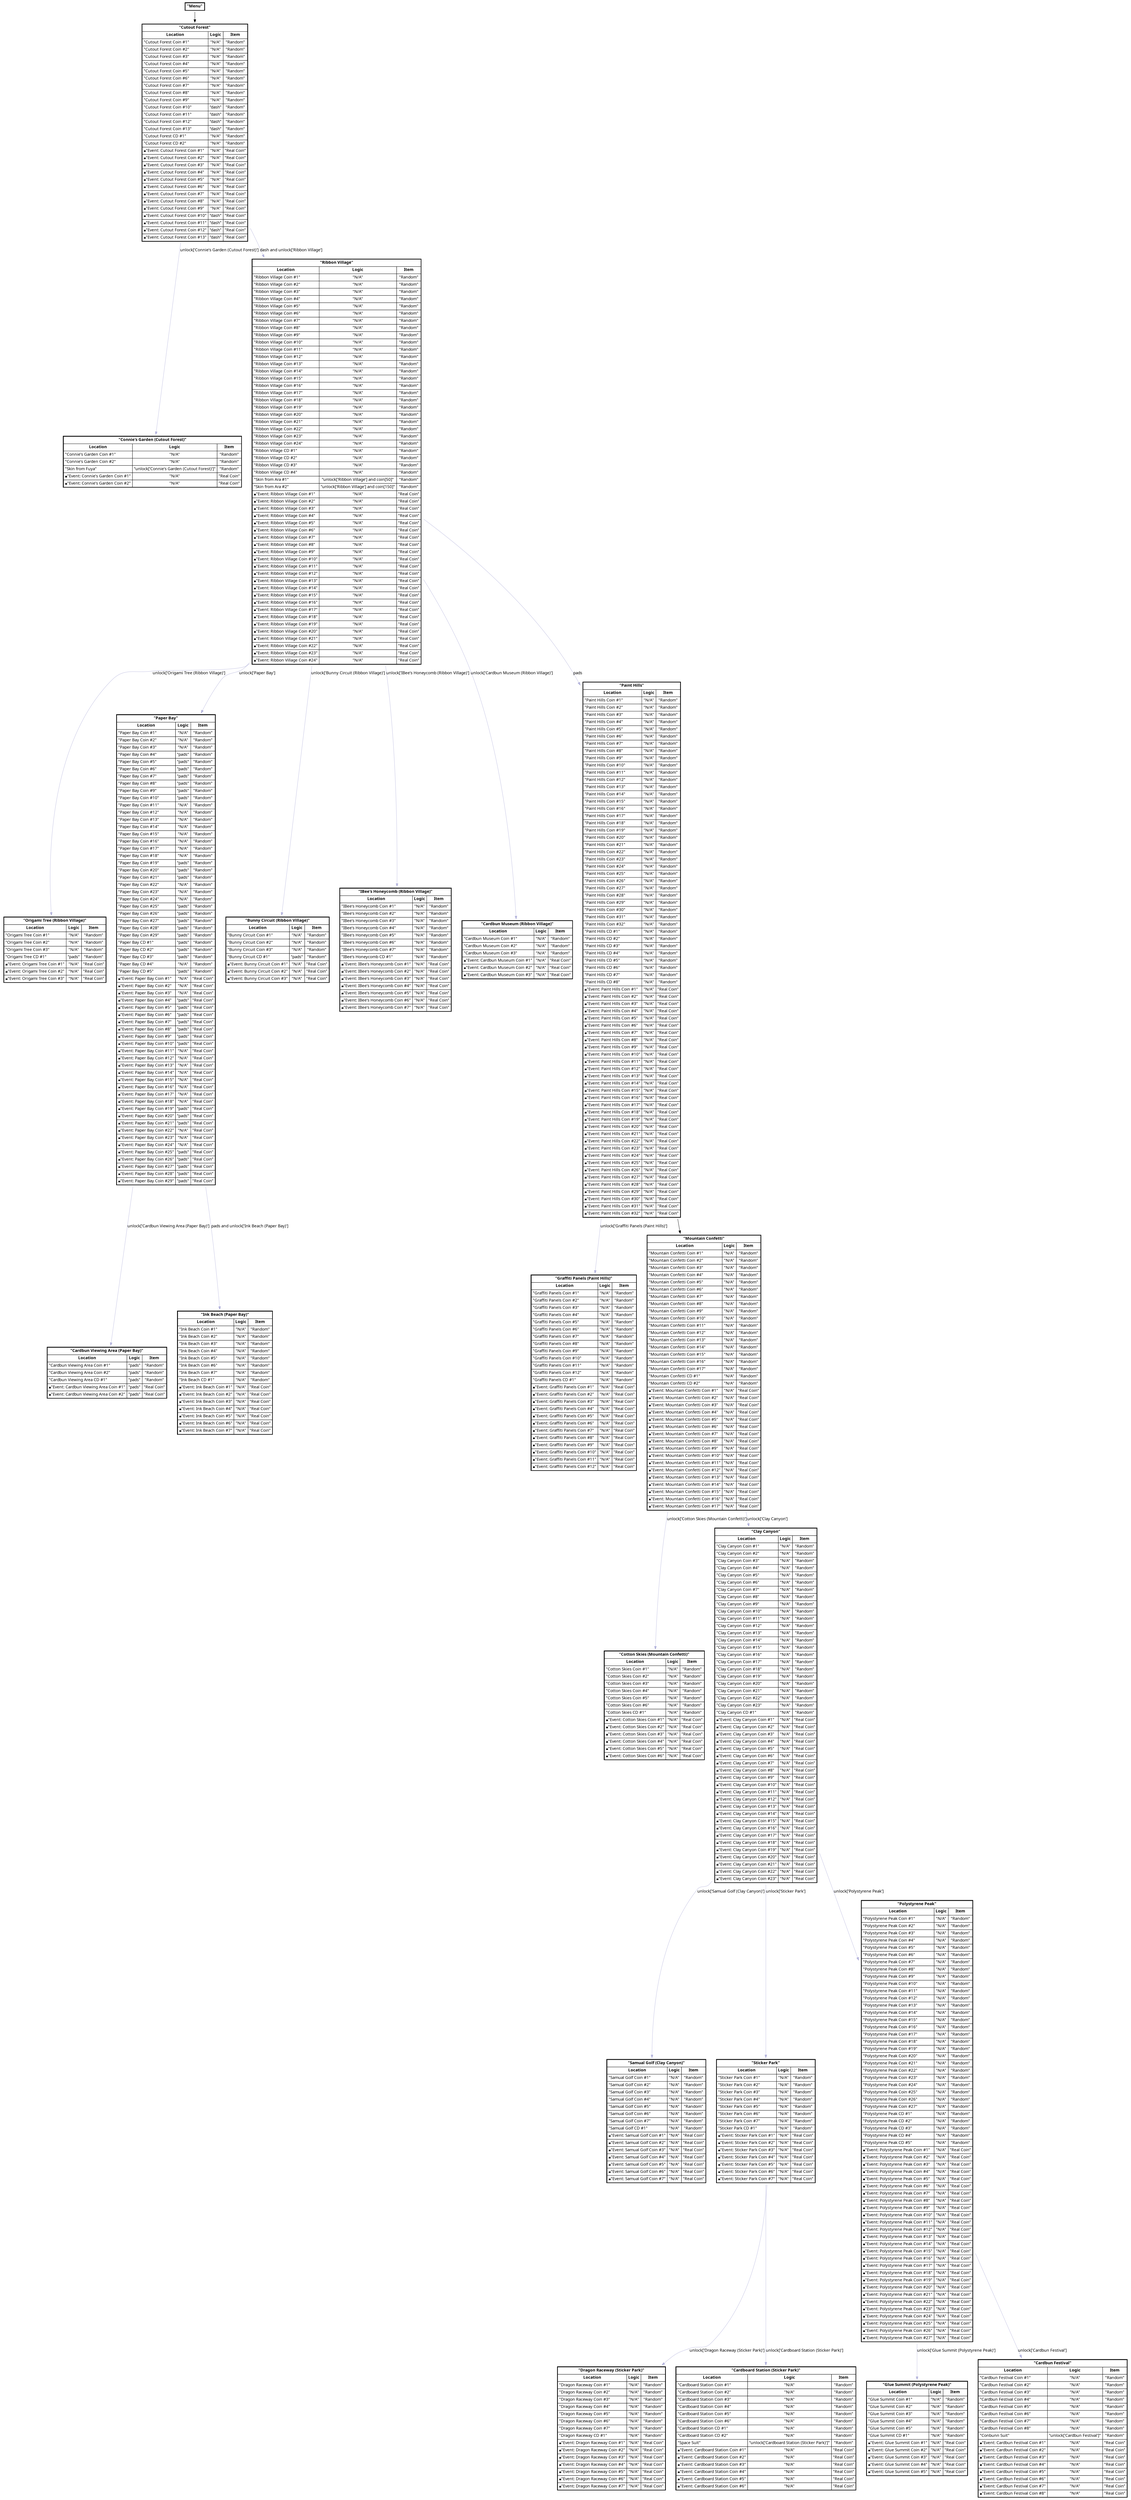
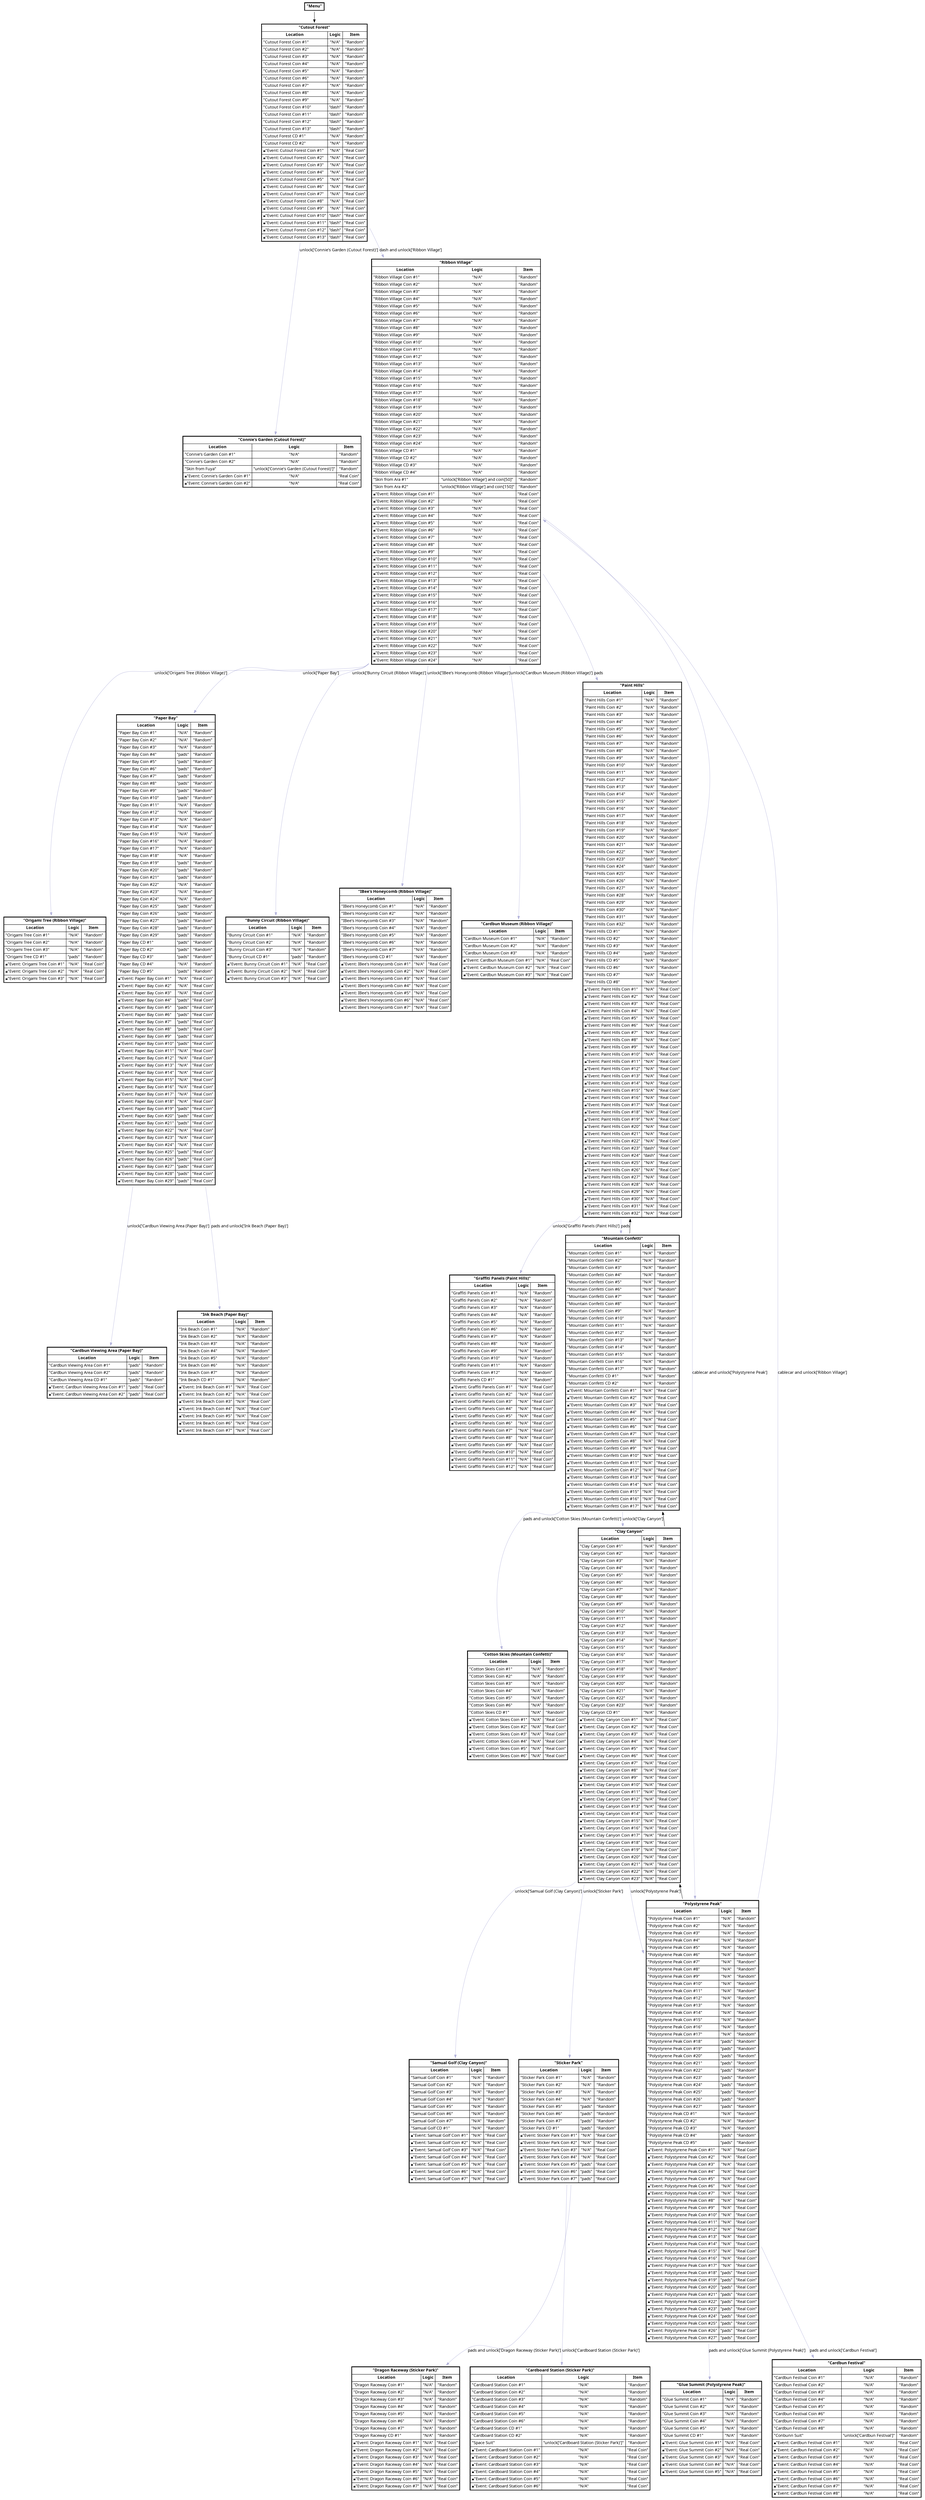
digraph Conbunn_Cardboard {
concentrate=True
rankdir=TB;
node [shape=none]
graph [fontname = "monocraft"];
node [fontname = "monocraft"];
edge [fontname = "monocraft"];"Menu" [label=<<table border="2" cellborder="1" cellspacing="0" cellpadding="4"><tr> <td colspan = "3"><b>"Menu"</b></td></tr></table>>]
"Cutout Forest" [label=<<table border="2" cellborder="1" cellspacing="0" cellpadding="4"><tr> <td colspan = "3"><b>"Cutout Forest"</b></td></tr><tr><td><b>Location</b></td><td><b>Logic</b></td><td><b>Item</b></td></tr><tr><td align="left">"Cutout Forest Coin #1"</td><td>"N/A"</td><td>"Random"</td></tr><tr><td align="left">"Cutout Forest Coin #2"</td><td>"N/A"</td><td>"Random"</td></tr><tr><td align="left">"Cutout Forest Coin #3"</td><td>"N/A"</td><td>"Random"</td></tr><tr><td align="left">"Cutout Forest Coin #4"</td><td>"N/A"</td><td>"Random"</td></tr><tr><td align="left">"Cutout Forest Coin #5"</td><td>"N/A"</td><td>"Random"</td></tr><tr><td align="left">"Cutout Forest Coin #6"</td><td>"N/A"</td><td>"Random"</td></tr><tr><td align="left">"Cutout Forest Coin #7"</td><td>"N/A"</td><td>"Random"</td></tr><tr><td align="left">"Cutout Forest Coin #8"</td><td>"N/A"</td><td>"Random"</td></tr><tr><td align="left">"Cutout Forest Coin #9"</td><td>"N/A"</td><td>"Random"</td></tr><tr><td align="left">"Cutout Forest Coin #10"</td><td>"dash"</td><td>"Random"</td></tr><tr><td align="left">"Cutout Forest Coin #11"</td><td>"dash"</td><td>"Random"</td></tr><tr><td align="left">"Cutout Forest Coin #12"</td><td>"dash"</td><td>"Random"</td></tr><tr><td align="left">"Cutout Forest Coin #13"</td><td>"dash"</td><td>"Random"</td></tr><tr><td align="left">"Cutout Forest CD #1"</td><td>"N/A"</td><td>"Random"</td></tr><tr><td align="left">"Cutout Forest CD #2"</td><td>"N/A"</td><td>"Random"</td></tr><tr><td align="left">🔒"Event: Cutout Forest Coin #1"</td><td>"N/A"</td><td>"Real Coin"</td></tr><tr><td align="left">🔒"Event: Cutout Forest Coin #2"</td><td>"N/A"</td><td>"Real Coin"</td></tr><tr><td align="left">🔒"Event: Cutout Forest Coin #3"</td><td>"N/A"</td><td>"Real Coin"</td></tr><tr><td align="left">🔒"Event: Cutout Forest Coin #4"</td><td>"N/A"</td><td>"Real Coin"</td></tr><tr><td align="left">🔒"Event: Cutout Forest Coin #5"</td><td>"N/A"</td><td>"Real Coin"</td></tr><tr><td align="left">🔒"Event: Cutout Forest Coin #6"</td><td>"N/A"</td><td>"Real Coin"</td></tr><tr><td align="left">🔒"Event: Cutout Forest Coin #7"</td><td>"N/A"</td><td>"Real Coin"</td></tr><tr><td align="left">🔒"Event: Cutout Forest Coin #8"</td><td>"N/A"</td><td>"Real Coin"</td></tr><tr><td align="left">🔒"Event: Cutout Forest Coin #9"</td><td>"N/A"</td><td>"Real Coin"</td></tr><tr><td align="left">🔒"Event: Cutout Forest Coin #10"</td><td>"dash"</td><td>"Real Coin"</td></tr><tr><td align="left">🔒"Event: Cutout Forest Coin #11"</td><td>"dash"</td><td>"Real Coin"</td></tr><tr><td align="left">🔒"Event: Cutout Forest Coin #12"</td><td>"dash"</td><td>"Real Coin"</td></tr><tr><td align="left">🔒"Event: Cutout Forest Coin #13"</td><td>"dash"</td><td>"Real Coin"</td></tr></table>>]
"Connie's Garden (Cutout Forest)" [label=<<table border="2" cellborder="1" cellspacing="0" cellpadding="4"><tr> <td colspan = "3"><b>"Connie's Garden (Cutout Forest)"</b></td></tr><tr><td><b>Location</b></td><td><b>Logic</b></td><td><b>Item</b></td></tr><tr><td align="left">"Connie's Garden Coin #1"</td><td>"N/A"</td><td>"Random"</td></tr><tr><td align="left">"Connie's Garden Coin #2"</td><td>"N/A"</td><td>"Random"</td></tr><tr><td align="left">"Skin from Fuya"</td><td>"unlock['Connie's Garden (Cutout Forest)']"</td><td>"Random"</td></tr><tr><td align="left">🔒"Event: Connie's Garden Coin #1"</td><td>"N/A"</td><td>"Real Coin"</td></tr><tr><td align="left">🔒"Event: Connie's Garden Coin #2"</td><td>"N/A"</td><td>"Real Coin"</td></tr></table>>]
"Ribbon Village" [label=<<table border="2" cellborder="1" cellspacing="0" cellpadding="4"><tr> <td colspan = "3"><b>"Ribbon Village"</b></td></tr><tr><td><b>Location</b></td><td><b>Logic</b></td><td><b>Item</b></td></tr><tr><td align="left">"Ribbon Village Coin #1"</td><td>"N/A"</td><td>"Random"</td></tr><tr><td align="left">"Ribbon Village Coin #2"</td><td>"N/A"</td><td>"Random"</td></tr><tr><td align="left">"Ribbon Village Coin #3"</td><td>"N/A"</td><td>"Random"</td></tr><tr><td align="left">"Ribbon Village Coin #4"</td><td>"N/A"</td><td>"Random"</td></tr><tr><td align="left">"Ribbon Village Coin #5"</td><td>"N/A"</td><td>"Random"</td></tr><tr><td align="left">"Ribbon Village Coin #6"</td><td>"N/A"</td><td>"Random"</td></tr><tr><td align="left">"Ribbon Village Coin #7"</td><td>"N/A"</td><td>"Random"</td></tr><tr><td align="left">"Ribbon Village Coin #8"</td><td>"N/A"</td><td>"Random"</td></tr><tr><td align="left">"Ribbon Village Coin #9"</td><td>"N/A"</td><td>"Random"</td></tr><tr><td align="left">"Ribbon Village Coin #10"</td><td>"N/A"</td><td>"Random"</td></tr><tr><td align="left">"Ribbon Village Coin #11"</td><td>"N/A"</td><td>"Random"</td></tr><tr><td align="left">"Ribbon Village Coin #12"</td><td>"N/A"</td><td>"Random"</td></tr><tr><td align="left">"Ribbon Village Coin #13"</td><td>"N/A"</td><td>"Random"</td></tr><tr><td align="left">"Ribbon Village Coin #14"</td><td>"N/A"</td><td>"Random"</td></tr><tr><td align="left">"Ribbon Village Coin #15"</td><td>"N/A"</td><td>"Random"</td></tr><tr><td align="left">"Ribbon Village Coin #16"</td><td>"N/A"</td><td>"Random"</td></tr><tr><td align="left">"Ribbon Village Coin #17"</td><td>"N/A"</td><td>"Random"</td></tr><tr><td align="left">"Ribbon Village Coin #18"</td><td>"N/A"</td><td>"Random"</td></tr><tr><td align="left">"Ribbon Village Coin #19"</td><td>"N/A"</td><td>"Random"</td></tr><tr><td align="left">"Ribbon Village Coin #20"</td><td>"N/A"</td><td>"Random"</td></tr><tr><td align="left">"Ribbon Village Coin #21"</td><td>"N/A"</td><td>"Random"</td></tr><tr><td align="left">"Ribbon Village Coin #22"</td><td>"N/A"</td><td>"Random"</td></tr><tr><td align="left">"Ribbon Village Coin #23"</td><td>"N/A"</td><td>"Random"</td></tr><tr><td align="left">"Ribbon Village Coin #24"</td><td>"N/A"</td><td>"Random"</td></tr><tr><td align="left">"Ribbon Village CD #1"</td><td>"N/A"</td><td>"Random"</td></tr><tr><td align="left">"Ribbon Village CD #2"</td><td>"N/A"</td><td>"Random"</td></tr><tr><td align="left">"Ribbon Village CD #3"</td><td>"N/A"</td><td>"Random"</td></tr><tr><td align="left">"Ribbon Village CD #4"</td><td>"N/A"</td><td>"Random"</td></tr><tr><td align="left">"Skin from Ara #1"</td><td>"unlock['Ribbon Village'] and coin[50]"</td><td>"Random"</td></tr><tr><td align="left">"Skin from Ara #2"</td><td>"unlock['Ribbon Village'] and coin[150]"</td><td>"Random"</td></tr><tr><td align="left">🔒"Event: Ribbon Village Coin #1"</td><td>"N/A"</td><td>"Real Coin"</td></tr><tr><td align="left">🔒"Event: Ribbon Village Coin #2"</td><td>"N/A"</td><td>"Real Coin"</td></tr><tr><td align="left">🔒"Event: Ribbon Village Coin #3"</td><td>"N/A"</td><td>"Real Coin"</td></tr><tr><td align="left">🔒"Event: Ribbon Village Coin #4"</td><td>"N/A"</td><td>"Real Coin"</td></tr><tr><td align="left">🔒"Event: Ribbon Village Coin #5"</td><td>"N/A"</td><td>"Real Coin"</td></tr><tr><td align="left">🔒"Event: Ribbon Village Coin #6"</td><td>"N/A"</td><td>"Real Coin"</td></tr><tr><td align="left">🔒"Event: Ribbon Village Coin #7"</td><td>"N/A"</td><td>"Real Coin"</td></tr><tr><td align="left">🔒"Event: Ribbon Village Coin #8"</td><td>"N/A"</td><td>"Real Coin"</td></tr><tr><td align="left">🔒"Event: Ribbon Village Coin #9"</td><td>"N/A"</td><td>"Real Coin"</td></tr><tr><td align="left">🔒"Event: Ribbon Village Coin #10"</td><td>"N/A"</td><td>"Real Coin"</td></tr><tr><td align="left">🔒"Event: Ribbon Village Coin #11"</td><td>"N/A"</td><td>"Real Coin"</td></tr><tr><td align="left">🔒"Event: Ribbon Village Coin #12"</td><td>"N/A"</td><td>"Real Coin"</td></tr><tr><td align="left">🔒"Event: Ribbon Village Coin #13"</td><td>"N/A"</td><td>"Real Coin"</td></tr><tr><td align="left">🔒"Event: Ribbon Village Coin #14"</td><td>"N/A"</td><td>"Real Coin"</td></tr><tr><td align="left">🔒"Event: Ribbon Village Coin #15"</td><td>"N/A"</td><td>"Real Coin"</td></tr><tr><td align="left">🔒"Event: Ribbon Village Coin #16"</td><td>"N/A"</td><td>"Real Coin"</td></tr><tr><td align="left">🔒"Event: Ribbon Village Coin #17"</td><td>"N/A"</td><td>"Real Coin"</td></tr><tr><td align="left">🔒"Event: Ribbon Village Coin #18"</td><td>"N/A"</td><td>"Real Coin"</td></tr><tr><td align="left">🔒"Event: Ribbon Village Coin #19"</td><td>"N/A"</td><td>"Real Coin"</td></tr><tr><td align="left">🔒"Event: Ribbon Village Coin #20"</td><td>"N/A"</td><td>"Real Coin"</td></tr><tr><td align="left">🔒"Event: Ribbon Village Coin #21"</td><td>"N/A"</td><td>"Real Coin"</td></tr><tr><td align="left">🔒"Event: Ribbon Village Coin #22"</td><td>"N/A"</td><td>"Real Coin"</td></tr><tr><td align="left">🔒"Event: Ribbon Village Coin #23"</td><td>"N/A"</td><td>"Real Coin"</td></tr><tr><td align="left">🔒"Event: Ribbon Village Coin #24"</td><td>"N/A"</td><td>"Real Coin"</td></tr></table>>]
"Origami Tree (Ribbon Village)" [label=<<table border="2" cellborder="1" cellspacing="0" cellpadding="4"><tr> <td colspan = "3"><b>"Origami Tree (Ribbon Village)"</b></td></tr><tr><td><b>Location</b></td><td><b>Logic</b></td><td><b>Item</b></td></tr><tr><td align="left">"Origami Tree Coin #1"</td><td>"N/A"</td><td>"Random"</td></tr><tr><td align="left">"Origami Tree Coin #2"</td><td>"N/A"</td><td>"Random"</td></tr><tr><td align="left">"Origami Tree Coin #3"</td><td>"N/A"</td><td>"Random"</td></tr><tr><td align="left">"Origami Tree CD #1"</td><td>"pads"</td><td>"Random"</td></tr><tr><td align="left">🔒"Event: Origami Tree Coin #1"</td><td>"N/A"</td><td>"Real Coin"</td></tr><tr><td align="left">🔒"Event: Origami Tree Coin #2"</td><td>"N/A"</td><td>"Real Coin"</td></tr><tr><td align="left">🔒"Event: Origami Tree Coin #3"</td><td>"N/A"</td><td>"Real Coin"</td></tr></table>>]
"Paper Bay" [label=<<table border="2" cellborder="1" cellspacing="0" cellpadding="4"><tr> <td colspan = "3"><b>"Paper Bay"</b></td></tr><tr><td><b>Location</b></td><td><b>Logic</b></td><td><b>Item</b></td></tr><tr><td align="left">"Paper Bay Coin #1"</td><td>"N/A"</td><td>"Random"</td></tr><tr><td align="left">"Paper Bay Coin #2"</td><td>"N/A"</td><td>"Random"</td></tr><tr><td align="left">"Paper Bay Coin #3"</td><td>"N/A"</td><td>"Random"</td></tr><tr><td align="left">"Paper Bay Coin #4"</td><td>"pads"</td><td>"Random"</td></tr><tr><td align="left">"Paper Bay Coin #5"</td><td>"pads"</td><td>"Random"</td></tr><tr><td align="left">"Paper Bay Coin #6"</td><td>"pads"</td><td>"Random"</td></tr><tr><td align="left">"Paper Bay Coin #7"</td><td>"pads"</td><td>"Random"</td></tr><tr><td align="left">"Paper Bay Coin #8"</td><td>"pads"</td><td>"Random"</td></tr><tr><td align="left">"Paper Bay Coin #9"</td><td>"pads"</td><td>"Random"</td></tr><tr><td align="left">"Paper Bay Coin #10"</td><td>"pads"</td><td>"Random"</td></tr><tr><td align="left">"Paper Bay Coin #11"</td><td>"N/A"</td><td>"Random"</td></tr><tr><td align="left">"Paper Bay Coin #12"</td><td>"N/A"</td><td>"Random"</td></tr><tr><td align="left">"Paper Bay Coin #13"</td><td>"N/A"</td><td>"Random"</td></tr><tr><td align="left">"Paper Bay Coin #14"</td><td>"N/A"</td><td>"Random"</td></tr><tr><td align="left">"Paper Bay Coin #15"</td><td>"N/A"</td><td>"Random"</td></tr><tr><td align="left">"Paper Bay Coin #16"</td><td>"N/A"</td><td>"Random"</td></tr><tr><td align="left">"Paper Bay Coin #17"</td><td>"N/A"</td><td>"Random"</td></tr><tr><td align="left">"Paper Bay Coin #18"</td><td>"N/A"</td><td>"Random"</td></tr><tr><td align="left">"Paper Bay Coin #19"</td><td>"pads"</td><td>"Random"</td></tr><tr><td align="left">"Paper Bay Coin #20"</td><td>"pads"</td><td>"Random"</td></tr><tr><td align="left">"Paper Bay Coin #21"</td><td>"pads"</td><td>"Random"</td></tr><tr><td align="left">"Paper Bay Coin #22"</td><td>"N/A"</td><td>"Random"</td></tr><tr><td align="left">"Paper Bay Coin #23"</td><td>"N/A"</td><td>"Random"</td></tr><tr><td align="left">"Paper Bay Coin #24"</td><td>"N/A"</td><td>"Random"</td></tr><tr><td align="left">"Paper Bay Coin #25"</td><td>"pads"</td><td>"Random"</td></tr><tr><td align="left">"Paper Bay Coin #26"</td><td>"pads"</td><td>"Random"</td></tr><tr><td align="left">"Paper Bay Coin #27"</td><td>"pads"</td><td>"Random"</td></tr><tr><td align="left">"Paper Bay Coin #28"</td><td>"pads"</td><td>"Random"</td></tr><tr><td align="left">"Paper Bay Coin #29"</td><td>"pads"</td><td>"Random"</td></tr><tr><td align="left">"Paper Bay CD #1"</td><td>"pads"</td><td>"Random"</td></tr><tr><td align="left">"Paper Bay CD #2"</td><td>"pads"</td><td>"Random"</td></tr><tr><td align="left">"Paper Bay CD #3"</td><td>"pads"</td><td>"Random"</td></tr><tr><td align="left">"Paper Bay CD #4"</td><td>"N/A"</td><td>"Random"</td></tr><tr><td align="left">"Paper Bay CD #5"</td><td>"pads"</td><td>"Random"</td></tr><tr><td align="left">🔒"Event: Paper Bay Coin #1"</td><td>"N/A"</td><td>"Real Coin"</td></tr><tr><td align="left">🔒"Event: Paper Bay Coin #2"</td><td>"N/A"</td><td>"Real Coin"</td></tr><tr><td align="left">🔒"Event: Paper Bay Coin #3"</td><td>"N/A"</td><td>"Real Coin"</td></tr><tr><td align="left">🔒"Event: Paper Bay Coin #4"</td><td>"pads"</td><td>"Real Coin"</td></tr><tr><td align="left">🔒"Event: Paper Bay Coin #5"</td><td>"pads"</td><td>"Real Coin"</td></tr><tr><td align="left">🔒"Event: Paper Bay Coin #6"</td><td>"pads"</td><td>"Real Coin"</td></tr><tr><td align="left">🔒"Event: Paper Bay Coin #7"</td><td>"pads"</td><td>"Real Coin"</td></tr><tr><td align="left">🔒"Event: Paper Bay Coin #8"</td><td>"pads"</td><td>"Real Coin"</td></tr><tr><td align="left">🔒"Event: Paper Bay Coin #9"</td><td>"pads"</td><td>"Real Coin"</td></tr><tr><td align="left">🔒"Event: Paper Bay Coin #10"</td><td>"pads"</td><td>"Real Coin"</td></tr><tr><td align="left">🔒"Event: Paper Bay Coin #11"</td><td>"N/A"</td><td>"Real Coin"</td></tr><tr><td align="left">🔒"Event: Paper Bay Coin #12"</td><td>"N/A"</td><td>"Real Coin"</td></tr><tr><td align="left">🔒"Event: Paper Bay Coin #13"</td><td>"N/A"</td><td>"Real Coin"</td></tr><tr><td align="left">🔒"Event: Paper Bay Coin #14"</td><td>"N/A"</td><td>"Real Coin"</td></tr><tr><td align="left">🔒"Event: Paper Bay Coin #15"</td><td>"N/A"</td><td>"Real Coin"</td></tr><tr><td align="left">🔒"Event: Paper Bay Coin #16"</td><td>"N/A"</td><td>"Real Coin"</td></tr><tr><td align="left">🔒"Event: Paper Bay Coin #17"</td><td>"N/A"</td><td>"Real Coin"</td></tr><tr><td align="left">🔒"Event: Paper Bay Coin #18"</td><td>"N/A"</td><td>"Real Coin"</td></tr><tr><td align="left">🔒"Event: Paper Bay Coin #19"</td><td>"pads"</td><td>"Real Coin"</td></tr><tr><td align="left">🔒"Event: Paper Bay Coin #20"</td><td>"pads"</td><td>"Real Coin"</td></tr><tr><td align="left">🔒"Event: Paper Bay Coin #21"</td><td>"pads"</td><td>"Real Coin"</td></tr><tr><td align="left">🔒"Event: Paper Bay Coin #22"</td><td>"N/A"</td><td>"Real Coin"</td></tr><tr><td align="left">🔒"Event: Paper Bay Coin #23"</td><td>"N/A"</td><td>"Real Coin"</td></tr><tr><td align="left">🔒"Event: Paper Bay Coin #24"</td><td>"N/A"</td><td>"Real Coin"</td></tr><tr><td align="left">🔒"Event: Paper Bay Coin #25"</td><td>"pads"</td><td>"Real Coin"</td></tr><tr><td align="left">🔒"Event: Paper Bay Coin #26"</td><td>"pads"</td><td>"Real Coin"</td></tr><tr><td align="left">🔒"Event: Paper Bay Coin #27"</td><td>"pads"</td><td>"Real Coin"</td></tr><tr><td align="left">🔒"Event: Paper Bay Coin #28"</td><td>"pads"</td><td>"Real Coin"</td></tr><tr><td align="left">🔒"Event: Paper Bay Coin #29"</td><td>"pads"</td><td>"Real Coin"</td></tr></table>>]
"Cardbun Viewing Area (Paper Bay)" [label=<<table border="2" cellborder="1" cellspacing="0" cellpadding="4"><tr> <td colspan = "3"><b>"Cardbun Viewing Area (Paper Bay)"</b></td></tr><tr><td><b>Location</b></td><td><b>Logic</b></td><td><b>Item</b></td></tr><tr><td align="left">"Cardbun Viewing Area Coin #1"</td><td>"pads"</td><td>"Random"</td></tr><tr><td align="left">"Cardbun Viewing Area Coin #2"</td><td>"pads"</td><td>"Random"</td></tr><tr><td align="left">"Cardbun Viewing Area CD #1"</td><td>"pads"</td><td>"Random"</td></tr><tr><td align="left">🔒"Event: Cardbun Viewing Area Coin #1"</td><td>"pads"</td><td>"Real Coin"</td></tr><tr><td align="left">🔒"Event: Cardbun Viewing Area Coin #2"</td><td>"pads"</td><td>"Real Coin"</td></tr></table>>]
"Ink Beach (Paper Bay)" [label=<<table border="2" cellborder="1" cellspacing="0" cellpadding="4"><tr> <td colspan = "3"><b>"Ink Beach (Paper Bay)"</b></td></tr><tr><td><b>Location</b></td><td><b>Logic</b></td><td><b>Item</b></td></tr><tr><td align="left">"Ink Beach Coin #1"</td><td>"N/A"</td><td>"Random"</td></tr><tr><td align="left">"Ink Beach Coin #2"</td><td>"N/A"</td><td>"Random"</td></tr><tr><td align="left">"Ink Beach Coin #3"</td><td>"N/A"</td><td>"Random"</td></tr><tr><td align="left">"Ink Beach Coin #4"</td><td>"N/A"</td><td>"Random"</td></tr><tr><td align="left">"Ink Beach Coin #5"</td><td>"N/A"</td><td>"Random"</td></tr><tr><td align="left">"Ink Beach Coin #6"</td><td>"N/A"</td><td>"Random"</td></tr><tr><td align="left">"Ink Beach Coin #7"</td><td>"N/A"</td><td>"Random"</td></tr><tr><td align="left">"Ink Beach CD #1"</td><td>"N/A"</td><td>"Random"</td></tr><tr><td align="left">🔒"Event: Ink Beach Coin #1"</td><td>"N/A"</td><td>"Real Coin"</td></tr><tr><td align="left">🔒"Event: Ink Beach Coin #2"</td><td>"N/A"</td><td>"Real Coin"</td></tr><tr><td align="left">🔒"Event: Ink Beach Coin #3"</td><td>"N/A"</td><td>"Real Coin"</td></tr><tr><td align="left">🔒"Event: Ink Beach Coin #4"</td><td>"N/A"</td><td>"Real Coin"</td></tr><tr><td align="left">🔒"Event: Ink Beach Coin #5"</td><td>"N/A"</td><td>"Real Coin"</td></tr><tr><td align="left">🔒"Event: Ink Beach Coin #6"</td><td>"N/A"</td><td>"Real Coin"</td></tr><tr><td align="left">🔒"Event: Ink Beach Coin #7"</td><td>"N/A"</td><td>"Real Coin"</td></tr></table>>]
"Bunny Circuit (Ribbon Village)" [label=<<table border="2" cellborder="1" cellspacing="0" cellpadding="4"><tr> <td colspan = "3"><b>"Bunny Circuit (Ribbon Village)"</b></td></tr><tr><td><b>Location</b></td><td><b>Logic</b></td><td><b>Item</b></td></tr><tr><td align="left">"Bunny Circuit Coin #1"</td><td>"N/A"</td><td>"Random"</td></tr><tr><td align="left">"Bunny Circuit Coin #2"</td><td>"N/A"</td><td>"Random"</td></tr><tr><td align="left">"Bunny Circuit Coin #3"</td><td>"N/A"</td><td>"Random"</td></tr><tr><td align="left">"Bunny Circuit CD #1"</td><td>"pads"</td><td>"Random"</td></tr><tr><td align="left">🔒"Event: Bunny Circuit Coin #1"</td><td>"N/A"</td><td>"Real Coin"</td></tr><tr><td align="left">🔒"Event: Bunny Circuit Coin #2"</td><td>"N/A"</td><td>"Real Coin"</td></tr><tr><td align="left">🔒"Event: Bunny Circuit Coin #3"</td><td>"N/A"</td><td>"Real Coin"</td></tr></table>>]
"IBee's Honeycomb (Ribbon Village)" [label=<<table border="2" cellborder="1" cellspacing="0" cellpadding="4"><tr> <td colspan = "3"><b>"IBee's Honeycomb (Ribbon Village)"</b></td></tr><tr><td><b>Location</b></td><td><b>Logic</b></td><td><b>Item</b></td></tr><tr><td align="left">"IBee's Honeycomb Coin #1"</td><td>"N/A"</td><td>"Random"</td></tr><tr><td align="left">"IBee's Honeycomb Coin #2"</td><td>"N/A"</td><td>"Random"</td></tr><tr><td align="left">"IBee's Honeycomb Coin #3"</td><td>"N/A"</td><td>"Random"</td></tr><tr><td align="left">"IBee's Honeycomb Coin #4"</td><td>"N/A"</td><td>"Random"</td></tr><tr><td align="left">"IBee's Honeycomb Coin #5"</td><td>"N/A"</td><td>"Random"</td></tr><tr><td align="left">"IBee's Honeycomb Coin #6"</td><td>"N/A"</td><td>"Random"</td></tr><tr><td align="left">"IBee's Honeycomb Coin #7"</td><td>"N/A"</td><td>"Random"</td></tr><tr><td align="left">"IBee's Honeycomb CD #1"</td><td>"N/A"</td><td>"Random"</td></tr><tr><td align="left">🔒"Event: IBee's Honeycomb Coin #1"</td><td>"N/A"</td><td>"Real Coin"</td></tr><tr><td align="left">🔒"Event: IBee's Honeycomb Coin #2"</td><td>"N/A"</td><td>"Real Coin"</td></tr><tr><td align="left">🔒"Event: IBee's Honeycomb Coin #3"</td><td>"N/A"</td><td>"Real Coin"</td></tr><tr><td align="left">🔒"Event: IBee's Honeycomb Coin #4"</td><td>"N/A"</td><td>"Real Coin"</td></tr><tr><td align="left">🔒"Event: IBee's Honeycomb Coin #5"</td><td>"N/A"</td><td>"Real Coin"</td></tr><tr><td align="left">🔒"Event: IBee's Honeycomb Coin #6"</td><td>"N/A"</td><td>"Real Coin"</td></tr><tr><td align="left">🔒"Event: IBee's Honeycomb Coin #7"</td><td>"N/A"</td><td>"Real Coin"</td></tr></table>>]
"Cardbun Museum (Ribbon Village)" [label=<<table border="2" cellborder="1" cellspacing="0" cellpadding="4"><tr> <td colspan = "3"><b>"Cardbun Museum (Ribbon Village)"</b></td></tr><tr><td><b>Location</b></td><td><b>Logic</b></td><td><b>Item</b></td></tr><tr><td align="left">"Cardbun Museum Coin #1"</td><td>"N/A"</td><td>"Random"</td></tr><tr><td align="left">"Cardbun Museum Coin #2"</td><td>"N/A"</td><td>"Random"</td></tr><tr><td align="left">"Cardbun Museum Coin #3"</td><td>"N/A"</td><td>"Random"</td></tr><tr><td align="left">🔒"Event: Cardbun Museum Coin #1"</td><td>"N/A"</td><td>"Real Coin"</td></tr><tr><td align="left">🔒"Event: Cardbun Museum Coin #2"</td><td>"N/A"</td><td>"Real Coin"</td></tr><tr><td align="left">🔒"Event: Cardbun Museum Coin #3"</td><td>"N/A"</td><td>"Real Coin"</td></tr></table>>]
- "Paint Hills" [label=<<table border="2" cellborder="1" cellspacing="0" cellpadding="4"><tr> <td colspan = "3"><b>"Paint Hills"</b></td></tr><tr><td><b>Location</b></td><td><b>Logic</b></td><td><b>Item</b></td></tr><tr><td align="left">"Paint Hills Coin #1"</td><td>"N/A"</td><td>"Random"</td></tr><tr><td align="left">"Paint Hills Coin #2"</td><td>"N/A"</td><td>"Random"</td></tr><tr><td align="left">"Paint Hills Coin #3"</td><td>"N/A"</td><td>"Random"</td></tr><tr><td align="left">"Paint Hills Coin #4"</td><td>"N/A"</td><td>"Random"</td></tr><tr><td align="left">"Paint Hills Coin #5"</td><td>"N/A"</td><td>"Random"</td></tr><tr><td align="left">"Paint Hills Coin #6"</td><td>"N/A"</td><td>"Random"</td></tr><tr><td align="left">"Paint Hills Coin #7"</td><td>"N/A"</td><td>"Random"</td></tr><tr><td align="left">"Paint Hills Coin #8"</td><td>"N/A"</td><td>"Random"</td></tr><tr><td align="left">"Paint Hills Coin #9"</td><td>"N/A"</td><td>"Random"</td></tr><tr><td align="left">"Paint Hills Coin #10"</td><td>"N/A"</td><td>"Random"</td></tr><tr><td align="left">"Paint Hills Coin #11"</td><td>"N/A"</td><td>"Random"</td></tr><tr><td align="left">"Paint Hills Coin #12"</td><td>"N/A"</td><td>"Random"</td></tr><tr><td align="left">"Paint Hills Coin #13"</td><td>"N/A"</td><td>"Random"</td></tr><tr><td align="left">"Paint Hills Coin #14"</td><td>"N/A"</td><td>"Random"</td></tr><tr><td align="left">"Paint Hills Coin #15"</td><td>"N/A"</td><td>"Random"</td></tr><tr><td align="left">"Paint Hills Coin #16"</td><td>"N/A"</td><td>"Random"</td></tr><tr><td align="left">"Paint Hills Coin #17"</td><td>"N/A"</td><td>"Random"</td></tr><tr><td align="left">"Paint Hills Coin #18"</td><td>"N/A"</td><td>"Random"</td></tr><tr><td align="left">"Paint Hills Coin #19"</td><td>"N/A"</td><td>"Random"</td></tr><tr><td align="left">"Paint Hills Coin #20"</td><td>"N/A"</td><td>"Random"</td></tr><tr><td align="left">"Paint Hills Coin #21"</td><td>"N/A"</td><td>"Random"</td></tr><tr><td align="left">"Paint Hills Coin #22"</td><td>"N/A"</td><td>"Random"</td></tr><tr><td align="left">"Paint Hills Coin #23"</td><td>"N/A"</td><td>"Random"</td></tr><tr><td align="left">"Paint Hills Coin #24"</td><td>"N/A"</td><td>"Random"</td></tr><tr><td align="left">"Paint Hills Coin #25"</td><td>"N/A"</td><td>"Random"</td></tr><tr><td align="left">"Paint Hills Coin #26"</td><td>"N/A"</td><td>"Random"</td></tr><tr><td align="left">"Paint Hills Coin #27"</td><td>"N/A"</td><td>"Random"</td></tr><tr><td align="left">"Paint Hills Coin #28"</td><td>"N/A"</td><td>"Random"</td></tr><tr><td align="left">"Paint Hills Coin #29"</td><td>"N/A"</td><td>"Random"</td></tr><tr><td align="left">"Paint Hills Coin #30"</td><td>"N/A"</td><td>"Random"</td></tr><tr><td align="left">"Paint Hills Coin #31"</td><td>"N/A"</td><td>"Random"</td></tr><tr><td align="left">"Paint Hills Coin #32"</td><td>"N/A"</td><td>"Random"</td></tr><tr><td align="left">"Paint Hills CD #1"</td><td>"N/A"</td><td>"Random"</td></tr><tr><td align="left">"Paint Hills CD #2"</td><td>"N/A"</td><td>"Random"</td></tr><tr><td align="left">"Paint Hills CD #3"</td><td>"N/A"</td><td>"Random"</td></tr><tr><td align="left">"Paint Hills CD #4"</td><td>"N/A"</td><td>"Random"</td></tr><tr><td align="left">"Paint Hills CD #5"</td><td>"N/A"</td><td>"Random"</td></tr><tr><td align="left">"Paint Hills CD #6"</td><td>"N/A"</td><td>"Random"</td></tr><tr><td align="left">"Paint Hills CD #7"</td><td>"N/A"</td><td>"Random"</td></tr><tr><td align="left">"Paint Hills CD #8"</td><td>"N/A"</td><td>"Random"</td></tr><tr><td align="left">🔒"Event: Paint Hills Coin #1"</td><td>"N/A"</td><td>"Real Coin"</td></tr><tr><td align="left">🔒"Event: Paint Hills Coin #2"</td><td>"N/A"</td><td>"Real Coin"</td></tr><tr><td align="left">🔒"Event: Paint Hills Coin #3"</td><td>"N/A"</td><td>"Real Coin"</td></tr><tr><td align="left">🔒"Event: Paint Hills Coin #4"</td><td>"N/A"</td><td>"Real Coin"</td></tr><tr><td align="left">🔒"Event: Paint Hills Coin #5"</td><td>"N/A"</td><td>"Real Coin"</td></tr><tr><td align="left">🔒"Event: Paint Hills Coin #6"</td><td>"N/A"</td><td>"Real Coin"</td></tr><tr><td align="left">🔒"Event: Paint Hills Coin #7"</td><td>"N/A"</td><td>"Real Coin"</td></tr><tr><td align="left">🔒"Event: Paint Hills Coin #8"</td><td>"N/A"</td><td>"Real Coin"</td></tr><tr><td align="left">🔒"Event: Paint Hills Coin #9"</td><td>"N/A"</td><td>"Real Coin"</td></tr><tr><td align="left">🔒"Event: Paint Hills Coin #10"</td><td>"N/A"</td><td>"Real Coin"</td></tr><tr><td align="left">🔒"Event: Paint Hills Coin #11"</td><td>"N/A"</td><td>"Real Coin"</td></tr><tr><td align="left">🔒"Event: Paint Hills Coin #12"</td><td>"N/A"</td><td>"Real Coin"</td></tr><tr><td align="left">🔒"Event: Paint Hills Coin #13"</td><td>"N/A"</td><td>"Real Coin"</td></tr><tr><td align="left">🔒"Event: Paint Hills Coin #14"</td><td>"N/A"</td><td>"Real Coin"</td></tr><tr><td align="left">🔒"Event: Paint Hills Coin #15"</td><td>"N/A"</td><td>"Real Coin"</td></tr><tr><td align="left">🔒"Event: Paint Hills Coin #16"</td><td>"N/A"</td><td>"Real Coin"</td></tr><tr><td align="left">🔒"Event: Paint Hills Coin #17"</td><td>"N/A"</td><td>"Real Coin"</td></tr><tr><td align="left">🔒"Event: Paint Hills Coin #18"</td><td>"N/A"</td><td>"Real Coin"</td></tr><tr><td align="left">🔒"Event: Paint Hills Coin #19"</td><td>"N/A"</td><td>"Real Coin"</td></tr><tr><td align="left">🔒"Event: Paint Hills Coin #20"</td><td>"N/A"</td><td>"Real Coin"</td></tr><tr><td align="left">🔒"Event: Paint Hills Coin #21"</td><td>"N/A"</td><td>"Real Coin"</td></tr><tr><td align="left">🔒"Event: Paint Hills Coin #22"</td><td>"N/A"</td><td>"Real Coin"</td></tr><tr><td align="left">🔒"Event: Paint Hills Coin #23"</td><td>"N/A"</td><td>"Real Coin"</td></tr><tr><td align="left">🔒"Event: Paint Hills Coin #24"</td><td>"N/A"</td><td>"Real Coin"</td></tr><tr><td align="left">🔒"Event: Paint Hills Coin #25"</td><td>"N/A"</td><td>"Real Coin"</td></tr><tr><td align="left">🔒"Event: Paint Hills Coin #26"</td><td>"N/A"</td><td>"Real Coin"</td></tr><tr><td align="left">🔒"Event: Paint Hills Coin #27"</td><td>"N/A"</td><td>"Real Coin"</td></tr><tr><td align="left">🔒"Event: Paint Hills Coin #28"</td><td>"N/A"</td><td>"Real Coin"</td></tr><tr><td align="left">🔒"Event: Paint Hills Coin #29"</td><td>"N/A"</td><td>"Real Coin"</td></tr><tr><td align="left">🔒"Event: Paint Hills Coin #30"</td><td>"N/A"</td><td>"Real Coin"</td></tr><tr><td align="left">🔒"Event: Paint Hills Coin #31"</td><td>"N/A"</td><td>"Real Coin"</td></tr><tr><td align="left">🔒"Event: Paint Hills Coin #32"</td><td>"N/A"</td><td>"Real Coin"</td></tr></table>>]
+ "Paint Hills" [label=<<table border="2" cellborder="1" cellspacing="0" cellpadding="4"><tr> <td colspan = "3"><b>"Paint Hills"</b></td></tr><tr><td><b>Location</b></td><td><b>Logic</b></td><td><b>Item</b></td></tr><tr><td align="left">"Paint Hills Coin #1"</td><td>"N/A"</td><td>"Random"</td></tr><tr><td align="left">"Paint Hills Coin #2"</td><td>"N/A"</td><td>"Random"</td></tr><tr><td align="left">"Paint Hills Coin #3"</td><td>"N/A"</td><td>"Random"</td></tr><tr><td align="left">"Paint Hills Coin #4"</td><td>"N/A"</td><td>"Random"</td></tr><tr><td align="left">"Paint Hills Coin #5"</td><td>"N/A"</td><td>"Random"</td></tr><tr><td align="left">"Paint Hills Coin #6"</td><td>"N/A"</td><td>"Random"</td></tr><tr><td align="left">"Paint Hills Coin #7"</td><td>"N/A"</td><td>"Random"</td></tr><tr><td align="left">"Paint Hills Coin #8"</td><td>"N/A"</td><td>"Random"</td></tr><tr><td align="left">"Paint Hills Coin #9"</td><td>"N/A"</td><td>"Random"</td></tr><tr><td align="left">"Paint Hills Coin #10"</td><td>"N/A"</td><td>"Random"</td></tr><tr><td align="left">"Paint Hills Coin #11"</td><td>"N/A"</td><td>"Random"</td></tr><tr><td align="left">"Paint Hills Coin #12"</td><td>"N/A"</td><td>"Random"</td></tr><tr><td align="left">"Paint Hills Coin #13"</td><td>"N/A"</td><td>"Random"</td></tr><tr><td align="left">"Paint Hills Coin #14"</td><td>"N/A"</td><td>"Random"</td></tr><tr><td align="left">"Paint Hills Coin #15"</td><td>"N/A"</td><td>"Random"</td></tr><tr><td align="left">"Paint Hills Coin #16"</td><td>"N/A"</td><td>"Random"</td></tr><tr><td align="left">"Paint Hills Coin #17"</td><td>"N/A"</td><td>"Random"</td></tr><tr><td align="left">"Paint Hills Coin #18"</td><td>"N/A"</td><td>"Random"</td></tr><tr><td align="left">"Paint Hills Coin #19"</td><td>"N/A"</td><td>"Random"</td></tr><tr><td align="left">"Paint Hills Coin #20"</td><td>"N/A"</td><td>"Random"</td></tr><tr><td align="left">"Paint Hills Coin #21"</td><td>"N/A"</td><td>"Random"</td></tr><tr><td align="left">"Paint Hills Coin #22"</td><td>"N/A"</td><td>"Random"</td></tr><tr><td align="left">"Paint Hills Coin #23"</td><td>"dash"</td><td>"Random"</td></tr><tr><td align="left">"Paint Hills Coin #24"</td><td>"dash"</td><td>"Random"</td></tr><tr><td align="left">"Paint Hills Coin #25"</td><td>"N/A"</td><td>"Random"</td></tr><tr><td align="left">"Paint Hills Coin #26"</td><td>"N/A"</td><td>"Random"</td></tr><tr><td align="left">"Paint Hills Coin #27"</td><td>"N/A"</td><td>"Random"</td></tr><tr><td align="left">"Paint Hills Coin #28"</td><td>"N/A"</td><td>"Random"</td></tr><tr><td align="left">"Paint Hills Coin #29"</td><td>"N/A"</td><td>"Random"</td></tr><tr><td align="left">"Paint Hills Coin #30"</td><td>"N/A"</td><td>"Random"</td></tr><tr><td align="left">"Paint Hills Coin #31"</td><td>"N/A"</td><td>"Random"</td></tr><tr><td align="left">"Paint Hills Coin #32"</td><td>"N/A"</td><td>"Random"</td></tr><tr><td align="left">"Paint Hills CD #1"</td><td>"N/A"</td><td>"Random"</td></tr><tr><td align="left">"Paint Hills CD #2"</td><td>"N/A"</td><td>"Random"</td></tr><tr><td align="left">"Paint Hills CD #3"</td><td>"N/A"</td><td>"Random"</td></tr><tr><td align="left">"Paint Hills CD #4"</td><td>"pads"</td><td>"Random"</td></tr><tr><td align="left">"Paint Hills CD #5"</td><td>"N/A"</td><td>"Random"</td></tr><tr><td align="left">"Paint Hills CD #6"</td><td>"N/A"</td><td>"Random"</td></tr><tr><td align="left">"Paint Hills CD #7"</td><td>"N/A"</td><td>"Random"</td></tr><tr><td align="left">"Paint Hills CD #8"</td><td>"N/A"</td><td>"Random"</td></tr><tr><td align="left">🔒"Event: Paint Hills Coin #1"</td><td>"N/A"</td><td>"Real Coin"</td></tr><tr><td align="left">🔒"Event: Paint Hills Coin #2"</td><td>"N/A"</td><td>"Real Coin"</td></tr><tr><td align="left">🔒"Event: Paint Hills Coin #3"</td><td>"N/A"</td><td>"Real Coin"</td></tr><tr><td align="left">🔒"Event: Paint Hills Coin #4"</td><td>"N/A"</td><td>"Real Coin"</td></tr><tr><td align="left">🔒"Event: Paint Hills Coin #5"</td><td>"N/A"</td><td>"Real Coin"</td></tr><tr><td align="left">🔒"Event: Paint Hills Coin #6"</td><td>"N/A"</td><td>"Real Coin"</td></tr><tr><td align="left">🔒"Event: Paint Hills Coin #7"</td><td>"N/A"</td><td>"Real Coin"</td></tr><tr><td align="left">🔒"Event: Paint Hills Coin #8"</td><td>"N/A"</td><td>"Real Coin"</td></tr><tr><td align="left">🔒"Event: Paint Hills Coin #9"</td><td>"N/A"</td><td>"Real Coin"</td></tr><tr><td align="left">🔒"Event: Paint Hills Coin #10"</td><td>"N/A"</td><td>"Real Coin"</td></tr><tr><td align="left">🔒"Event: Paint Hills Coin #11"</td><td>"N/A"</td><td>"Real Coin"</td></tr><tr><td align="left">🔒"Event: Paint Hills Coin #12"</td><td>"N/A"</td><td>"Real Coin"</td></tr><tr><td align="left">🔒"Event: Paint Hills Coin #13"</td><td>"N/A"</td><td>"Real Coin"</td></tr><tr><td align="left">🔒"Event: Paint Hills Coin #14"</td><td>"N/A"</td><td>"Real Coin"</td></tr><tr><td align="left">🔒"Event: Paint Hills Coin #15"</td><td>"N/A"</td><td>"Real Coin"</td></tr><tr><td align="left">🔒"Event: Paint Hills Coin #16"</td><td>"N/A"</td><td>"Real Coin"</td></tr><tr><td align="left">🔒"Event: Paint Hills Coin #17"</td><td>"N/A"</td><td>"Real Coin"</td></tr><tr><td align="left">🔒"Event: Paint Hills Coin #18"</td><td>"N/A"</td><td>"Real Coin"</td></tr><tr><td align="left">🔒"Event: Paint Hills Coin #19"</td><td>"N/A"</td><td>"Real Coin"</td></tr><tr><td align="left">🔒"Event: Paint Hills Coin #20"</td><td>"N/A"</td><td>"Real Coin"</td></tr><tr><td align="left">🔒"Event: Paint Hills Coin #21"</td><td>"N/A"</td><td>"Real Coin"</td></tr><tr><td align="left">🔒"Event: Paint Hills Coin #22"</td><td>"N/A"</td><td>"Real Coin"</td></tr><tr><td align="left">🔒"Event: Paint Hills Coin #23"</td><td>"dash"</td><td>"Real Coin"</td></tr><tr><td align="left">🔒"Event: Paint Hills Coin #24"</td><td>"dash"</td><td>"Real Coin"</td></tr><tr><td align="left">🔒"Event: Paint Hills Coin #25"</td><td>"N/A"</td><td>"Real Coin"</td></tr><tr><td align="left">🔒"Event: Paint Hills Coin #26"</td><td>"N/A"</td><td>"Real Coin"</td></tr><tr><td align="left">🔒"Event: Paint Hills Coin #27"</td><td>"N/A"</td><td>"Real Coin"</td></tr><tr><td align="left">🔒"Event: Paint Hills Coin #28"</td><td>"N/A"</td><td>"Real Coin"</td></tr><tr><td align="left">🔒"Event: Paint Hills Coin #29"</td><td>"N/A"</td><td>"Real Coin"</td></tr><tr><td align="left">🔒"Event: Paint Hills Coin #30"</td><td>"N/A"</td><td>"Real Coin"</td></tr><tr><td align="left">🔒"Event: Paint Hills Coin #31"</td><td>"N/A"</td><td>"Real Coin"</td></tr><tr><td align="left">🔒"Event: Paint Hills Coin #32"</td><td>"N/A"</td><td>"Real Coin"</td></tr></table>>]
"Graffiti Panels (Paint Hills)" [label=<<table border="2" cellborder="1" cellspacing="0" cellpadding="4"><tr> <td colspan = "3"><b>"Graffiti Panels (Paint Hills)"</b></td></tr><tr><td><b>Location</b></td><td><b>Logic</b></td><td><b>Item</b></td></tr><tr><td align="left">"Graffiti Panels Coin #1"</td><td>"N/A"</td><td>"Random"</td></tr><tr><td align="left">"Graffiti Panels Coin #2"</td><td>"N/A"</td><td>"Random"</td></tr><tr><td align="left">"Graffiti Panels Coin #3"</td><td>"N/A"</td><td>"Random"</td></tr><tr><td align="left">"Graffiti Panels Coin #4"</td><td>"N/A"</td><td>"Random"</td></tr><tr><td align="left">"Graffiti Panels Coin #5"</td><td>"N/A"</td><td>"Random"</td></tr><tr><td align="left">"Graffiti Panels Coin #6"</td><td>"N/A"</td><td>"Random"</td></tr><tr><td align="left">"Graffiti Panels Coin #7"</td><td>"N/A"</td><td>"Random"</td></tr><tr><td align="left">"Graffiti Panels Coin #8"</td><td>"N/A"</td><td>"Random"</td></tr><tr><td align="left">"Graffiti Panels Coin #9"</td><td>"N/A"</td><td>"Random"</td></tr><tr><td align="left">"Graffiti Panels Coin #10"</td><td>"N/A"</td><td>"Random"</td></tr><tr><td align="left">"Graffiti Panels Coin #11"</td><td>"N/A"</td><td>"Random"</td></tr><tr><td align="left">"Graffiti Panels Coin #12"</td><td>"N/A"</td><td>"Random"</td></tr><tr><td align="left">"Graffiti Panels CD #1"</td><td>"N/A"</td><td>"Random"</td></tr><tr><td align="left">🔒"Event: Graffiti Panels Coin #1"</td><td>"N/A"</td><td>"Real Coin"</td></tr><tr><td align="left">🔒"Event: Graffiti Panels Coin #2"</td><td>"N/A"</td><td>"Real Coin"</td></tr><tr><td align="left">🔒"Event: Graffiti Panels Coin #3"</td><td>"N/A"</td><td>"Real Coin"</td></tr><tr><td align="left">🔒"Event: Graffiti Panels Coin #4"</td><td>"N/A"</td><td>"Real Coin"</td></tr><tr><td align="left">🔒"Event: Graffiti Panels Coin #5"</td><td>"N/A"</td><td>"Real Coin"</td></tr><tr><td align="left">🔒"Event: Graffiti Panels Coin #6"</td><td>"N/A"</td><td>"Real Coin"</td></tr><tr><td align="left">🔒"Event: Graffiti Panels Coin #7"</td><td>"N/A"</td><td>"Real Coin"</td></tr><tr><td align="left">🔒"Event: Graffiti Panels Coin #8"</td><td>"N/A"</td><td>"Real Coin"</td></tr><tr><td align="left">🔒"Event: Graffiti Panels Coin #9"</td><td>"N/A"</td><td>"Real Coin"</td></tr><tr><td align="left">🔒"Event: Graffiti Panels Coin #10"</td><td>"N/A"</td><td>"Real Coin"</td></tr><tr><td align="left">🔒"Event: Graffiti Panels Coin #11"</td><td>"N/A"</td><td>"Real Coin"</td></tr><tr><td align="left">🔒"Event: Graffiti Panels Coin #12"</td><td>"N/A"</td><td>"Real Coin"</td></tr></table>>]
"Mountain Confetti" [label=<<table border="2" cellborder="1" cellspacing="0" cellpadding="4"><tr> <td colspan = "3"><b>"Mountain Confetti"</b></td></tr><tr><td><b>Location</b></td><td><b>Logic</b></td><td><b>Item</b></td></tr><tr><td align="left">"Mountain Confetti Coin #1"</td><td>"N/A"</td><td>"Random"</td></tr><tr><td align="left">"Mountain Confetti Coin #2"</td><td>"N/A"</td><td>"Random"</td></tr><tr><td align="left">"Mountain Confetti Coin #3"</td><td>"N/A"</td><td>"Random"</td></tr><tr><td align="left">"Mountain Confetti Coin #4"</td><td>"N/A"</td><td>"Random"</td></tr><tr><td align="left">"Mountain Confetti Coin #5"</td><td>"N/A"</td><td>"Random"</td></tr><tr><td align="left">"Mountain Confetti Coin #6"</td><td>"N/A"</td><td>"Random"</td></tr><tr><td align="left">"Mountain Confetti Coin #7"</td><td>"N/A"</td><td>"Random"</td></tr><tr><td align="left">"Mountain Confetti Coin #8"</td><td>"N/A"</td><td>"Random"</td></tr><tr><td align="left">"Mountain Confetti Coin #9"</td><td>"N/A"</td><td>"Random"</td></tr><tr><td align="left">"Mountain Confetti Coin #10"</td><td>"N/A"</td><td>"Random"</td></tr><tr><td align="left">"Mountain Confetti Coin #11"</td><td>"N/A"</td><td>"Random"</td></tr><tr><td align="left">"Mountain Confetti Coin #12"</td><td>"N/A"</td><td>"Random"</td></tr><tr><td align="left">"Mountain Confetti Coin #13"</td><td>"N/A"</td><td>"Random"</td></tr><tr><td align="left">"Mountain Confetti Coin #14"</td><td>"N/A"</td><td>"Random"</td></tr><tr><td align="left">"Mountain Confetti Coin #15"</td><td>"N/A"</td><td>"Random"</td></tr><tr><td align="left">"Mountain Confetti Coin #16"</td><td>"N/A"</td><td>"Random"</td></tr><tr><td align="left">"Mountain Confetti Coin #17"</td><td>"N/A"</td><td>"Random"</td></tr><tr><td align="left">"Mountain Confetti CD #1"</td><td>"N/A"</td><td>"Random"</td></tr><tr><td align="left">"Mountain Confetti CD #2"</td><td>"N/A"</td><td>"Random"</td></tr><tr><td align="left">🔒"Event: Mountain Confetti Coin #1"</td><td>"N/A"</td><td>"Real Coin"</td></tr><tr><td align="left">🔒"Event: Mountain Confetti Coin #2"</td><td>"N/A"</td><td>"Real Coin"</td></tr><tr><td align="left">🔒"Event: Mountain Confetti Coin #3"</td><td>"N/A"</td><td>"Real Coin"</td></tr><tr><td align="left">🔒"Event: Mountain Confetti Coin #4"</td><td>"N/A"</td><td>"Real Coin"</td></tr><tr><td align="left">🔒"Event: Mountain Confetti Coin #5"</td><td>"N/A"</td><td>"Real Coin"</td></tr><tr><td align="left">🔒"Event: Mountain Confetti Coin #6"</td><td>"N/A"</td><td>"Real Coin"</td></tr><tr><td align="left">🔒"Event: Mountain Confetti Coin #7"</td><td>"N/A"</td><td>"Real Coin"</td></tr><tr><td align="left">🔒"Event: Mountain Confetti Coin #8"</td><td>"N/A"</td><td>"Real Coin"</td></tr><tr><td align="left">🔒"Event: Mountain Confetti Coin #9"</td><td>"N/A"</td><td>"Real Coin"</td></tr><tr><td align="left">🔒"Event: Mountain Confetti Coin #10"</td><td>"N/A"</td><td>"Real Coin"</td></tr><tr><td align="left">🔒"Event: Mountain Confetti Coin #11"</td><td>"N/A"</td><td>"Real Coin"</td></tr><tr><td align="left">🔒"Event: Mountain Confetti Coin #12"</td><td>"N/A"</td><td>"Real Coin"</td></tr><tr><td align="left">🔒"Event: Mountain Confetti Coin #13"</td><td>"N/A"</td><td>"Real Coin"</td></tr><tr><td align="left">🔒"Event: Mountain Confetti Coin #14"</td><td>"N/A"</td><td>"Real Coin"</td></tr><tr><td align="left">🔒"Event: Mountain Confetti Coin #15"</td><td>"N/A"</td><td>"Real Coin"</td></tr><tr><td align="left">🔒"Event: Mountain Confetti Coin #16"</td><td>"N/A"</td><td>"Real Coin"</td></tr><tr><td align="left">🔒"Event: Mountain Confetti Coin #17"</td><td>"N/A"</td><td>"Real Coin"</td></tr></table>>]
"Cotton Skies (Mountain Confetti)" [label=<<table border="2" cellborder="1" cellspacing="0" cellpadding="4"><tr> <td colspan = "3"><b>"Cotton Skies (Mountain Confetti)"</b></td></tr><tr><td><b>Location</b></td><td><b>Logic</b></td><td><b>Item</b></td></tr><tr><td align="left">"Cotton Skies Coin #1"</td><td>"N/A"</td><td>"Random"</td></tr><tr><td align="left">"Cotton Skies Coin #2"</td><td>"N/A"</td><td>"Random"</td></tr><tr><td align="left">"Cotton Skies Coin #3"</td><td>"N/A"</td><td>"Random"</td></tr><tr><td align="left">"Cotton Skies Coin #4"</td><td>"N/A"</td><td>"Random"</td></tr><tr><td align="left">"Cotton Skies Coin #5"</td><td>"N/A"</td><td>"Random"</td></tr><tr><td align="left">"Cotton Skies Coin #6"</td><td>"N/A"</td><td>"Random"</td></tr><tr><td align="left">"Cotton Skies CD #1"</td><td>"N/A"</td><td>"Random"</td></tr><tr><td align="left">🔒"Event: Cotton Skies Coin #1"</td><td>"N/A"</td><td>"Real Coin"</td></tr><tr><td align="left">🔒"Event: Cotton Skies Coin #2"</td><td>"N/A"</td><td>"Real Coin"</td></tr><tr><td align="left">🔒"Event: Cotton Skies Coin #3"</td><td>"N/A"</td><td>"Real Coin"</td></tr><tr><td align="left">🔒"Event: Cotton Skies Coin #4"</td><td>"N/A"</td><td>"Real Coin"</td></tr><tr><td align="left">🔒"Event: Cotton Skies Coin #5"</td><td>"N/A"</td><td>"Real Coin"</td></tr><tr><td align="left">🔒"Event: Cotton Skies Coin #6"</td><td>"N/A"</td><td>"Real Coin"</td></tr></table>>]
"Clay Canyon" [label=<<table border="2" cellborder="1" cellspacing="0" cellpadding="4"><tr> <td colspan = "3"><b>"Clay Canyon"</b></td></tr><tr><td><b>Location</b></td><td><b>Logic</b></td><td><b>Item</b></td></tr><tr><td align="left">"Clay Canyon Coin #1"</td><td>"N/A"</td><td>"Random"</td></tr><tr><td align="left">"Clay Canyon Coin #2"</td><td>"N/A"</td><td>"Random"</td></tr><tr><td align="left">"Clay Canyon Coin #3"</td><td>"N/A"</td><td>"Random"</td></tr><tr><td align="left">"Clay Canyon Coin #4"</td><td>"N/A"</td><td>"Random"</td></tr><tr><td align="left">"Clay Canyon Coin #5"</td><td>"N/A"</td><td>"Random"</td></tr><tr><td align="left">"Clay Canyon Coin #6"</td><td>"N/A"</td><td>"Random"</td></tr><tr><td align="left">"Clay Canyon Coin #7"</td><td>"N/A"</td><td>"Random"</td></tr><tr><td align="left">"Clay Canyon Coin #8"</td><td>"N/A"</td><td>"Random"</td></tr><tr><td align="left">"Clay Canyon Coin #9"</td><td>"N/A"</td><td>"Random"</td></tr><tr><td align="left">"Clay Canyon Coin #10"</td><td>"N/A"</td><td>"Random"</td></tr><tr><td align="left">"Clay Canyon Coin #11"</td><td>"N/A"</td><td>"Random"</td></tr><tr><td align="left">"Clay Canyon Coin #12"</td><td>"N/A"</td><td>"Random"</td></tr><tr><td align="left">"Clay Canyon Coin #13"</td><td>"N/A"</td><td>"Random"</td></tr><tr><td align="left">"Clay Canyon Coin #14"</td><td>"N/A"</td><td>"Random"</td></tr><tr><td align="left">"Clay Canyon Coin #15"</td><td>"N/A"</td><td>"Random"</td></tr><tr><td align="left">"Clay Canyon Coin #16"</td><td>"N/A"</td><td>"Random"</td></tr><tr><td align="left">"Clay Canyon Coin #17"</td><td>"N/A"</td><td>"Random"</td></tr><tr><td align="left">"Clay Canyon Coin #18"</td><td>"N/A"</td><td>"Random"</td></tr><tr><td align="left">"Clay Canyon Coin #19"</td><td>"N/A"</td><td>"Random"</td></tr><tr><td align="left">"Clay Canyon Coin #20"</td><td>"N/A"</td><td>"Random"</td></tr><tr><td align="left">"Clay Canyon Coin #21"</td><td>"N/A"</td><td>"Random"</td></tr><tr><td align="left">"Clay Canyon Coin #22"</td><td>"N/A"</td><td>"Random"</td></tr><tr><td align="left">"Clay Canyon Coin #23"</td><td>"N/A"</td><td>"Random"</td></tr><tr><td align="left">"Clay Canyon CD #1"</td><td>"N/A"</td><td>"Random"</td></tr><tr><td align="left">🔒"Event: Clay Canyon Coin #1"</td><td>"N/A"</td><td>"Real Coin"</td></tr><tr><td align="left">🔒"Event: Clay Canyon Coin #2"</td><td>"N/A"</td><td>"Real Coin"</td></tr><tr><td align="left">🔒"Event: Clay Canyon Coin #3"</td><td>"N/A"</td><td>"Real Coin"</td></tr><tr><td align="left">🔒"Event: Clay Canyon Coin #4"</td><td>"N/A"</td><td>"Real Coin"</td></tr><tr><td align="left">🔒"Event: Clay Canyon Coin #5"</td><td>"N/A"</td><td>"Real Coin"</td></tr><tr><td align="left">🔒"Event: Clay Canyon Coin #6"</td><td>"N/A"</td><td>"Real Coin"</td></tr><tr><td align="left">🔒"Event: Clay Canyon Coin #7"</td><td>"N/A"</td><td>"Real Coin"</td></tr><tr><td align="left">🔒"Event: Clay Canyon Coin #8"</td><td>"N/A"</td><td>"Real Coin"</td></tr><tr><td align="left">🔒"Event: Clay Canyon Coin #9"</td><td>"N/A"</td><td>"Real Coin"</td></tr><tr><td align="left">🔒"Event: Clay Canyon Coin #10"</td><td>"N/A"</td><td>"Real Coin"</td></tr><tr><td align="left">🔒"Event: Clay Canyon Coin #11"</td><td>"N/A"</td><td>"Real Coin"</td></tr><tr><td align="left">🔒"Event: Clay Canyon Coin #12"</td><td>"N/A"</td><td>"Real Coin"</td></tr><tr><td align="left">🔒"Event: Clay Canyon Coin #13"</td><td>"N/A"</td><td>"Real Coin"</td></tr><tr><td align="left">🔒"Event: Clay Canyon Coin #14"</td><td>"N/A"</td><td>"Real Coin"</td></tr><tr><td align="left">🔒"Event: Clay Canyon Coin #15"</td><td>"N/A"</td><td>"Real Coin"</td></tr><tr><td align="left">🔒"Event: Clay Canyon Coin #16"</td><td>"N/A"</td><td>"Real Coin"</td></tr><tr><td align="left">🔒"Event: Clay Canyon Coin #17"</td><td>"N/A"</td><td>"Real Coin"</td></tr><tr><td align="left">🔒"Event: Clay Canyon Coin #18"</td><td>"N/A"</td><td>"Real Coin"</td></tr><tr><td align="left">🔒"Event: Clay Canyon Coin #19"</td><td>"N/A"</td><td>"Real Coin"</td></tr><tr><td align="left">🔒"Event: Clay Canyon Coin #20"</td><td>"N/A"</td><td>"Real Coin"</td></tr><tr><td align="left">🔒"Event: Clay Canyon Coin #21"</td><td>"N/A"</td><td>"Real Coin"</td></tr><tr><td align="left">🔒"Event: Clay Canyon Coin #22"</td><td>"N/A"</td><td>"Real Coin"</td></tr><tr><td align="left">🔒"Event: Clay Canyon Coin #23"</td><td>"N/A"</td><td>"Real Coin"</td></tr></table>>]
"Samual Golf (Clay Canyon)" [label=<<table border="2" cellborder="1" cellspacing="0" cellpadding="4"><tr> <td colspan = "3"><b>"Samual Golf (Clay Canyon)"</b></td></tr><tr><td><b>Location</b></td><td><b>Logic</b></td><td><b>Item</b></td></tr><tr><td align="left">"Samual Golf Coin #1"</td><td>"N/A"</td><td>"Random"</td></tr><tr><td align="left">"Samual Golf Coin #2"</td><td>"N/A"</td><td>"Random"</td></tr><tr><td align="left">"Samual Golf Coin #3"</td><td>"N/A"</td><td>"Random"</td></tr><tr><td align="left">"Samual Golf Coin #4"</td><td>"N/A"</td><td>"Random"</td></tr><tr><td align="left">"Samual Golf Coin #5"</td><td>"N/A"</td><td>"Random"</td></tr><tr><td align="left">"Samual Golf Coin #6"</td><td>"N/A"</td><td>"Random"</td></tr><tr><td align="left">"Samual Golf Coin #7"</td><td>"N/A"</td><td>"Random"</td></tr><tr><td align="left">"Samual Golf CD #1"</td><td>"N/A"</td><td>"Random"</td></tr><tr><td align="left">🔒"Event: Samual Golf Coin #1"</td><td>"N/A"</td><td>"Real Coin"</td></tr><tr><td align="left">🔒"Event: Samual Golf Coin #2"</td><td>"N/A"</td><td>"Real Coin"</td></tr><tr><td align="left">🔒"Event: Samual Golf Coin #3"</td><td>"N/A"</td><td>"Real Coin"</td></tr><tr><td align="left">🔒"Event: Samual Golf Coin #4"</td><td>"N/A"</td><td>"Real Coin"</td></tr><tr><td align="left">🔒"Event: Samual Golf Coin #5"</td><td>"N/A"</td><td>"Real Coin"</td></tr><tr><td align="left">🔒"Event: Samual Golf Coin #6"</td><td>"N/A"</td><td>"Real Coin"</td></tr><tr><td align="left">🔒"Event: Samual Golf Coin #7"</td><td>"N/A"</td><td>"Real Coin"</td></tr></table>>]
- "Sticker Park" [label=<<table border="2" cellborder="1" cellspacing="0" cellpadding="4"><tr> <td colspan = "3"><b>"Sticker Park"</b></td></tr><tr><td><b>Location</b></td><td><b>Logic</b></td><td><b>Item</b></td></tr><tr><td align="left">"Sticker Park Coin #1"</td><td>"N/A"</td><td>"Random"</td></tr><tr><td align="left">"Sticker Park Coin #2"</td><td>"N/A"</td><td>"Random"</td></tr><tr><td align="left">"Sticker Park Coin #3"</td><td>"N/A"</td><td>"Random"</td></tr><tr><td align="left">"Sticker Park Coin #4"</td><td>"N/A"</td><td>"Random"</td></tr><tr><td align="left">"Sticker Park Coin #5"</td><td>"N/A"</td><td>"Random"</td></tr><tr><td align="left">"Sticker Park Coin #6"</td><td>"N/A"</td><td>"Random"</td></tr><tr><td align="left">"Sticker Park Coin #7"</td><td>"N/A"</td><td>"Random"</td></tr><tr><td align="left">"Sticker Park CD #1"</td><td>"N/A"</td><td>"Random"</td></tr><tr><td align="left">🔒"Event: Sticker Park Coin #1"</td><td>"N/A"</td><td>"Real Coin"</td></tr><tr><td align="left">🔒"Event: Sticker Park Coin #2"</td><td>"N/A"</td><td>"Real Coin"</td></tr><tr><td align="left">🔒"Event: Sticker Park Coin #3"</td><td>"N/A"</td><td>"Real Coin"</td></tr><tr><td align="left">🔒"Event: Sticker Park Coin #4"</td><td>"N/A"</td><td>"Real Coin"</td></tr><tr><td align="left">🔒"Event: Sticker Park Coin #5"</td><td>"N/A"</td><td>"Real Coin"</td></tr><tr><td align="left">🔒"Event: Sticker Park Coin #6"</td><td>"N/A"</td><td>"Real Coin"</td></tr><tr><td align="left">🔒"Event: Sticker Park Coin #7"</td><td>"N/A"</td><td>"Real Coin"</td></tr></table>>]
+ "Sticker Park" [label=<<table border="2" cellborder="1" cellspacing="0" cellpadding="4"><tr> <td colspan = "3"><b>"Sticker Park"</b></td></tr><tr><td><b>Location</b></td><td><b>Logic</b></td><td><b>Item</b></td></tr><tr><td align="left">"Sticker Park Coin #1"</td><td>"N/A"</td><td>"Random"</td></tr><tr><td align="left">"Sticker Park Coin #2"</td><td>"N/A"</td><td>"Random"</td></tr><tr><td align="left">"Sticker Park Coin #3"</td><td>"N/A"</td><td>"Random"</td></tr><tr><td align="left">"Sticker Park Coin #4"</td><td>"N/A"</td><td>"Random"</td></tr><tr><td align="left">"Sticker Park Coin #5"</td><td>"pads"</td><td>"Random"</td></tr><tr><td align="left">"Sticker Park Coin #6"</td><td>"pads"</td><td>"Random"</td></tr><tr><td align="left">"Sticker Park Coin #7"</td><td>"pads"</td><td>"Random"</td></tr><tr><td align="left">"Sticker Park CD #1"</td><td>"pads"</td><td>"Random"</td></tr><tr><td align="left">🔒"Event: Sticker Park Coin #1"</td><td>"N/A"</td><td>"Real Coin"</td></tr><tr><td align="left">🔒"Event: Sticker Park Coin #2"</td><td>"N/A"</td><td>"Real Coin"</td></tr><tr><td align="left">🔒"Event: Sticker Park Coin #3"</td><td>"N/A"</td><td>"Real Coin"</td></tr><tr><td align="left">🔒"Event: Sticker Park Coin #4"</td><td>"N/A"</td><td>"Real Coin"</td></tr><tr><td align="left">🔒"Event: Sticker Park Coin #5"</td><td>"pads"</td><td>"Real Coin"</td></tr><tr><td align="left">🔒"Event: Sticker Park Coin #6"</td><td>"pads"</td><td>"Real Coin"</td></tr><tr><td align="left">🔒"Event: Sticker Park Coin #7"</td><td>"pads"</td><td>"Real Coin"</td></tr></table>>]
"Dragon Raceway (Sticker Park)" [label=<<table border="2" cellborder="1" cellspacing="0" cellpadding="4"><tr> <td colspan = "3"><b>"Dragon Raceway (Sticker Park)"</b></td></tr><tr><td><b>Location</b></td><td><b>Logic</b></td><td><b>Item</b></td></tr><tr><td align="left">"Dragon Raceway Coin #1"</td><td>"N/A"</td><td>"Random"</td></tr><tr><td align="left">"Dragon Raceway Coin #2"</td><td>"N/A"</td><td>"Random"</td></tr><tr><td align="left">"Dragon Raceway Coin #3"</td><td>"N/A"</td><td>"Random"</td></tr><tr><td align="left">"Dragon Raceway Coin #4"</td><td>"N/A"</td><td>"Random"</td></tr><tr><td align="left">"Dragon Raceway Coin #5"</td><td>"N/A"</td><td>"Random"</td></tr><tr><td align="left">"Dragon Raceway Coin #6"</td><td>"N/A"</td><td>"Random"</td></tr><tr><td align="left">"Dragon Raceway Coin #7"</td><td>"N/A"</td><td>"Random"</td></tr><tr><td align="left">"Dragon Raceway CD #1"</td><td>"N/A"</td><td>"Random"</td></tr><tr><td align="left">🔒"Event: Dragon Raceway Coin #1"</td><td>"N/A"</td><td>"Real Coin"</td></tr><tr><td align="left">🔒"Event: Dragon Raceway Coin #2"</td><td>"N/A"</td><td>"Real Coin"</td></tr><tr><td align="left">🔒"Event: Dragon Raceway Coin #3"</td><td>"N/A"</td><td>"Real Coin"</td></tr><tr><td align="left">🔒"Event: Dragon Raceway Coin #4"</td><td>"N/A"</td><td>"Real Coin"</td></tr><tr><td align="left">🔒"Event: Dragon Raceway Coin #5"</td><td>"N/A"</td><td>"Real Coin"</td></tr><tr><td align="left">🔒"Event: Dragon Raceway Coin #6"</td><td>"N/A"</td><td>"Real Coin"</td></tr><tr><td align="left">🔒"Event: Dragon Raceway Coin #7"</td><td>"N/A"</td><td>"Real Coin"</td></tr></table>>]
"Cardboard Station (Sticker Park)" [label=<<table border="2" cellborder="1" cellspacing="0" cellpadding="4"><tr> <td colspan = "3"><b>"Cardboard Station (Sticker Park)"</b></td></tr><tr><td><b>Location</b></td><td><b>Logic</b></td><td><b>Item</b></td></tr><tr><td align="left">"Cardboard Station Coin #1"</td><td>"N/A"</td><td>"Random"</td></tr><tr><td align="left">"Cardboard Station Coin #2"</td><td>"N/A"</td><td>"Random"</td></tr><tr><td align="left">"Cardboard Station Coin #3"</td><td>"N/A"</td><td>"Random"</td></tr><tr><td align="left">"Cardboard Station Coin #4"</td><td>"N/A"</td><td>"Random"</td></tr><tr><td align="left">"Cardboard Station Coin #5"</td><td>"N/A"</td><td>"Random"</td></tr><tr><td align="left">"Cardboard Station Coin #6"</td><td>"N/A"</td><td>"Random"</td></tr><tr><td align="left">"Cardboard Station CD #1"</td><td>"N/A"</td><td>"Random"</td></tr><tr><td align="left">"Cardboard Station CD #2"</td><td>"N/A"</td><td>"Random"</td></tr><tr><td align="left">"Space Suit"</td><td>"unlock['Cardboard Station (Sticker Park)']"</td><td>"Random"</td></tr><tr><td align="left">🔒"Event: Cardboard Station Coin #1"</td><td>"N/A"</td><td>"Real Coin"</td></tr><tr><td align="left">🔒"Event: Cardboard Station Coin #2"</td><td>"N/A"</td><td>"Real Coin"</td></tr><tr><td align="left">🔒"Event: Cardboard Station Coin #3"</td><td>"N/A"</td><td>"Real Coin"</td></tr><tr><td align="left">🔒"Event: Cardboard Station Coin #4"</td><td>"N/A"</td><td>"Real Coin"</td></tr><tr><td align="left">🔒"Event: Cardboard Station Coin #5"</td><td>"N/A"</td><td>"Real Coin"</td></tr><tr><td align="left">🔒"Event: Cardboard Station Coin #6"</td><td>"N/A"</td><td>"Real Coin"</td></tr></table>>]
- "Polystyrene Peak" [label=<<table border="2" cellborder="1" cellspacing="0" cellpadding="4"><tr> <td colspan = "3"><b>"Polystyrene Peak"</b></td></tr><tr><td><b>Location</b></td><td><b>Logic</b></td><td><b>Item</b></td></tr><tr><td align="left">"Polystyrene Peak Coin #1"</td><td>"N/A"</td><td>"Random"</td></tr><tr><td align="left">"Polystyrene Peak Coin #2"</td><td>"N/A"</td><td>"Random"</td></tr><tr><td align="left">"Polystyrene Peak Coin #3"</td><td>"N/A"</td><td>"Random"</td></tr><tr><td align="left">"Polystyrene Peak Coin #4"</td><td>"N/A"</td><td>"Random"</td></tr><tr><td align="left">"Polystyrene Peak Coin #5"</td><td>"N/A"</td><td>"Random"</td></tr><tr><td align="left">"Polystyrene Peak Coin #6"</td><td>"N/A"</td><td>"Random"</td></tr><tr><td align="left">"Polystyrene Peak Coin #7"</td><td>"N/A"</td><td>"Random"</td></tr><tr><td align="left">"Polystyrene Peak Coin #8"</td><td>"N/A"</td><td>"Random"</td></tr><tr><td align="left">"Polystyrene Peak Coin #9"</td><td>"N/A"</td><td>"Random"</td></tr><tr><td align="left">"Polystyrene Peak Coin #10"</td><td>"N/A"</td><td>"Random"</td></tr><tr><td align="left">"Polystyrene Peak Coin #11"</td><td>"N/A"</td><td>"Random"</td></tr><tr><td align="left">"Polystyrene Peak Coin #12"</td><td>"N/A"</td><td>"Random"</td></tr><tr><td align="left">"Polystyrene Peak Coin #13"</td><td>"N/A"</td><td>"Random"</td></tr><tr><td align="left">"Polystyrene Peak Coin #14"</td><td>"N/A"</td><td>"Random"</td></tr><tr><td align="left">"Polystyrene Peak Coin #15"</td><td>"N/A"</td><td>"Random"</td></tr><tr><td align="left">"Polystyrene Peak Coin #16"</td><td>"N/A"</td><td>"Random"</td></tr><tr><td align="left">"Polystyrene Peak Coin #17"</td><td>"N/A"</td><td>"Random"</td></tr><tr><td align="left">"Polystyrene Peak Coin #18"</td><td>"N/A"</td><td>"Random"</td></tr><tr><td align="left">"Polystyrene Peak Coin #19"</td><td>"N/A"</td><td>"Random"</td></tr><tr><td align="left">"Polystyrene Peak Coin #20"</td><td>"N/A"</td><td>"Random"</td></tr><tr><td align="left">"Polystyrene Peak Coin #21"</td><td>"N/A"</td><td>"Random"</td></tr><tr><td align="left">"Polystyrene Peak Coin #22"</td><td>"N/A"</td><td>"Random"</td></tr><tr><td align="left">"Polystyrene Peak Coin #23"</td><td>"N/A"</td><td>"Random"</td></tr><tr><td align="left">"Polystyrene Peak Coin #24"</td><td>"N/A"</td><td>"Random"</td></tr><tr><td align="left">"Polystyrene Peak Coin #25"</td><td>"N/A"</td><td>"Random"</td></tr><tr><td align="left">"Polystyrene Peak Coin #26"</td><td>"N/A"</td><td>"Random"</td></tr><tr><td align="left">"Polystyrene Peak Coin #27"</td><td>"N/A"</td><td>"Random"</td></tr><tr><td align="left">"Polystyrene Peak CD #1"</td><td>"N/A"</td><td>"Random"</td></tr><tr><td align="left">"Polystyrene Peak CD #2"</td><td>"N/A"</td><td>"Random"</td></tr><tr><td align="left">"Polystyrene Peak CD #3"</td><td>"N/A"</td><td>"Random"</td></tr><tr><td align="left">"Polystyrene Peak CD #4"</td><td>"N/A"</td><td>"Random"</td></tr><tr><td align="left">"Polystyrene Peak CD #5"</td><td>"N/A"</td><td>"Random"</td></tr><tr><td align="left">🔒"Event: Polystyrene Peak Coin #1"</td><td>"N/A"</td><td>"Real Coin"</td></tr><tr><td align="left">🔒"Event: Polystyrene Peak Coin #2"</td><td>"N/A"</td><td>"Real Coin"</td></tr><tr><td align="left">🔒"Event: Polystyrene Peak Coin #3"</td><td>"N/A"</td><td>"Real Coin"</td></tr><tr><td align="left">🔒"Event: Polystyrene Peak Coin #4"</td><td>"N/A"</td><td>"Real Coin"</td></tr><tr><td align="left">🔒"Event: Polystyrene Peak Coin #5"</td><td>"N/A"</td><td>"Real Coin"</td></tr><tr><td align="left">🔒"Event: Polystyrene Peak Coin #6"</td><td>"N/A"</td><td>"Real Coin"</td></tr><tr><td align="left">🔒"Event: Polystyrene Peak Coin #7"</td><td>"N/A"</td><td>"Real Coin"</td></tr><tr><td align="left">🔒"Event: Polystyrene Peak Coin #8"</td><td>"N/A"</td><td>"Real Coin"</td></tr><tr><td align="left">🔒"Event: Polystyrene Peak Coin #9"</td><td>"N/A"</td><td>"Real Coin"</td></tr><tr><td align="left">🔒"Event: Polystyrene Peak Coin #10"</td><td>"N/A"</td><td>"Real Coin"</td></tr><tr><td align="left">🔒"Event: Polystyrene Peak Coin #11"</td><td>"N/A"</td><td>"Real Coin"</td></tr><tr><td align="left">🔒"Event: Polystyrene Peak Coin #12"</td><td>"N/A"</td><td>"Real Coin"</td></tr><tr><td align="left">🔒"Event: Polystyrene Peak Coin #13"</td><td>"N/A"</td><td>"Real Coin"</td></tr><tr><td align="left">🔒"Event: Polystyrene Peak Coin #14"</td><td>"N/A"</td><td>"Real Coin"</td></tr><tr><td align="left">🔒"Event: Polystyrene Peak Coin #15"</td><td>"N/A"</td><td>"Real Coin"</td></tr><tr><td align="left">🔒"Event: Polystyrene Peak Coin #16"</td><td>"N/A"</td><td>"Real Coin"</td></tr><tr><td align="left">🔒"Event: Polystyrene Peak Coin #17"</td><td>"N/A"</td><td>"Real Coin"</td></tr><tr><td align="left">🔒"Event: Polystyrene Peak Coin #18"</td><td>"N/A"</td><td>"Real Coin"</td></tr><tr><td align="left">🔒"Event: Polystyrene Peak Coin #19"</td><td>"N/A"</td><td>"Real Coin"</td></tr><tr><td align="left">🔒"Event: Polystyrene Peak Coin #20"</td><td>"N/A"</td><td>"Real Coin"</td></tr><tr><td align="left">🔒"Event: Polystyrene Peak Coin #21"</td><td>"N/A"</td><td>"Real Coin"</td></tr><tr><td align="left">🔒"Event: Polystyrene Peak Coin #22"</td><td>"N/A"</td><td>"Real Coin"</td></tr><tr><td align="left">🔒"Event: Polystyrene Peak Coin #23"</td><td>"N/A"</td><td>"Real Coin"</td></tr><tr><td align="left">🔒"Event: Polystyrene Peak Coin #24"</td><td>"N/A"</td><td>"Real Coin"</td></tr><tr><td align="left">🔒"Event: Polystyrene Peak Coin #25"</td><td>"N/A"</td><td>"Real Coin"</td></tr><tr><td align="left">🔒"Event: Polystyrene Peak Coin #26"</td><td>"N/A"</td><td>"Real Coin"</td></tr><tr><td align="left">🔒"Event: Polystyrene Peak Coin #27"</td><td>"N/A"</td><td>"Real Coin"</td></tr></table>>]
+ "Polystyrene Peak" [label=<<table border="2" cellborder="1" cellspacing="0" cellpadding="4"><tr> <td colspan = "3"><b>"Polystyrene Peak"</b></td></tr><tr><td><b>Location</b></td><td><b>Logic</b></td><td><b>Item</b></td></tr><tr><td align="left">"Polystyrene Peak Coin #1"</td><td>"N/A"</td><td>"Random"</td></tr><tr><td align="left">"Polystyrene Peak Coin #2"</td><td>"N/A"</td><td>"Random"</td></tr><tr><td align="left">"Polystyrene Peak Coin #3"</td><td>"N/A"</td><td>"Random"</td></tr><tr><td align="left">"Polystyrene Peak Coin #4"</td><td>"N/A"</td><td>"Random"</td></tr><tr><td align="left">"Polystyrene Peak Coin #5"</td><td>"N/A"</td><td>"Random"</td></tr><tr><td align="left">"Polystyrene Peak Coin #6"</td><td>"N/A"</td><td>"Random"</td></tr><tr><td align="left">"Polystyrene Peak Coin #7"</td><td>"N/A"</td><td>"Random"</td></tr><tr><td align="left">"Polystyrene Peak Coin #8"</td><td>"N/A"</td><td>"Random"</td></tr><tr><td align="left">"Polystyrene Peak Coin #9"</td><td>"N/A"</td><td>"Random"</td></tr><tr><td align="left">"Polystyrene Peak Coin #10"</td><td>"N/A"</td><td>"Random"</td></tr><tr><td align="left">"Polystyrene Peak Coin #11"</td><td>"N/A"</td><td>"Random"</td></tr><tr><td align="left">"Polystyrene Peak Coin #12"</td><td>"N/A"</td><td>"Random"</td></tr><tr><td align="left">"Polystyrene Peak Coin #13"</td><td>"N/A"</td><td>"Random"</td></tr><tr><td align="left">"Polystyrene Peak Coin #14"</td><td>"N/A"</td><td>"Random"</td></tr><tr><td align="left">"Polystyrene Peak Coin #15"</td><td>"N/A"</td><td>"Random"</td></tr><tr><td align="left">"Polystyrene Peak Coin #16"</td><td>"N/A"</td><td>"Random"</td></tr><tr><td align="left">"Polystyrene Peak Coin #17"</td><td>"N/A"</td><td>"Random"</td></tr><tr><td align="left">"Polystyrene Peak Coin #18"</td><td>"pads"</td><td>"Random"</td></tr><tr><td align="left">"Polystyrene Peak Coin #19"</td><td>"pads"</td><td>"Random"</td></tr><tr><td align="left">"Polystyrene Peak Coin #20"</td><td>"pads"</td><td>"Random"</td></tr><tr><td align="left">"Polystyrene Peak Coin #21"</td><td>"pads"</td><td>"Random"</td></tr><tr><td align="left">"Polystyrene Peak Coin #22"</td><td>"pads"</td><td>"Random"</td></tr><tr><td align="left">"Polystyrene Peak Coin #23"</td><td>"pads"</td><td>"Random"</td></tr><tr><td align="left">"Polystyrene Peak Coin #24"</td><td>"pads"</td><td>"Random"</td></tr><tr><td align="left">"Polystyrene Peak Coin #25"</td><td>"pads"</td><td>"Random"</td></tr><tr><td align="left">"Polystyrene Peak Coin #26"</td><td>"pads"</td><td>"Random"</td></tr><tr><td align="left">"Polystyrene Peak Coin #27"</td><td>"pads"</td><td>"Random"</td></tr><tr><td align="left">"Polystyrene Peak CD #1"</td><td>"N/A"</td><td>"Random"</td></tr><tr><td align="left">"Polystyrene Peak CD #2"</td><td>"N/A"</td><td>"Random"</td></tr><tr><td align="left">"Polystyrene Peak CD #3"</td><td>"N/A"</td><td>"Random"</td></tr><tr><td align="left">"Polystyrene Peak CD #4"</td><td>"pads"</td><td>"Random"</td></tr><tr><td align="left">"Polystyrene Peak CD #5"</td><td>"pads"</td><td>"Random"</td></tr><tr><td align="left">🔒"Event: Polystyrene Peak Coin #1"</td><td>"N/A"</td><td>"Real Coin"</td></tr><tr><td align="left">🔒"Event: Polystyrene Peak Coin #2"</td><td>"N/A"</td><td>"Real Coin"</td></tr><tr><td align="left">🔒"Event: Polystyrene Peak Coin #3"</td><td>"N/A"</td><td>"Real Coin"</td></tr><tr><td align="left">🔒"Event: Polystyrene Peak Coin #4"</td><td>"N/A"</td><td>"Real Coin"</td></tr><tr><td align="left">🔒"Event: Polystyrene Peak Coin #5"</td><td>"N/A"</td><td>"Real Coin"</td></tr><tr><td align="left">🔒"Event: Polystyrene Peak Coin #6"</td><td>"N/A"</td><td>"Real Coin"</td></tr><tr><td align="left">🔒"Event: Polystyrene Peak Coin #7"</td><td>"N/A"</td><td>"Real Coin"</td></tr><tr><td align="left">🔒"Event: Polystyrene Peak Coin #8"</td><td>"N/A"</td><td>"Real Coin"</td></tr><tr><td align="left">🔒"Event: Polystyrene Peak Coin #9"</td><td>"N/A"</td><td>"Real Coin"</td></tr><tr><td align="left">🔒"Event: Polystyrene Peak Coin #10"</td><td>"N/A"</td><td>"Real Coin"</td></tr><tr><td align="left">🔒"Event: Polystyrene Peak Coin #11"</td><td>"N/A"</td><td>"Real Coin"</td></tr><tr><td align="left">🔒"Event: Polystyrene Peak Coin #12"</td><td>"N/A"</td><td>"Real Coin"</td></tr><tr><td align="left">🔒"Event: Polystyrene Peak Coin #13"</td><td>"N/A"</td><td>"Real Coin"</td></tr><tr><td align="left">🔒"Event: Polystyrene Peak Coin #14"</td><td>"N/A"</td><td>"Real Coin"</td></tr><tr><td align="left">🔒"Event: Polystyrene Peak Coin #15"</td><td>"N/A"</td><td>"Real Coin"</td></tr><tr><td align="left">🔒"Event: Polystyrene Peak Coin #16"</td><td>"N/A"</td><td>"Real Coin"</td></tr><tr><td align="left">🔒"Event: Polystyrene Peak Coin #17"</td><td>"N/A"</td><td>"Real Coin"</td></tr><tr><td align="left">🔒"Event: Polystyrene Peak Coin #18"</td><td>"pads"</td><td>"Real Coin"</td></tr><tr><td align="left">🔒"Event: Polystyrene Peak Coin #19"</td><td>"pads"</td><td>"Real Coin"</td></tr><tr><td align="left">🔒"Event: Polystyrene Peak Coin #20"</td><td>"pads"</td><td>"Real Coin"</td></tr><tr><td align="left">🔒"Event: Polystyrene Peak Coin #21"</td><td>"pads"</td><td>"Real Coin"</td></tr><tr><td align="left">🔒"Event: Polystyrene Peak Coin #22"</td><td>"pads"</td><td>"Real Coin"</td></tr><tr><td align="left">🔒"Event: Polystyrene Peak Coin #23"</td><td>"pads"</td><td>"Real Coin"</td></tr><tr><td align="left">🔒"Event: Polystyrene Peak Coin #24"</td><td>"pads"</td><td>"Real Coin"</td></tr><tr><td align="left">🔒"Event: Polystyrene Peak Coin #25"</td><td>"pads"</td><td>"Real Coin"</td></tr><tr><td align="left">🔒"Event: Polystyrene Peak Coin #26"</td><td>"pads"</td><td>"Real Coin"</td></tr><tr><td align="left">🔒"Event: Polystyrene Peak Coin #27"</td><td>"pads"</td><td>"Real Coin"</td></tr></table>>]
"Glue Summit (Polystyrene Peak)" [label=<<table border="2" cellborder="1" cellspacing="0" cellpadding="4"><tr> <td colspan = "3"><b>"Glue Summit (Polystyrene Peak)"</b></td></tr><tr><td><b>Location</b></td><td><b>Logic</b></td><td><b>Item</b></td></tr><tr><td align="left">"Glue Summit Coin #1"</td><td>"N/A"</td><td>"Random"</td></tr><tr><td align="left">"Glue Summit Coin #2"</td><td>"N/A"</td><td>"Random"</td></tr><tr><td align="left">"Glue Summit Coin #3"</td><td>"N/A"</td><td>"Random"</td></tr><tr><td align="left">"Glue Summit Coin #4"</td><td>"N/A"</td><td>"Random"</td></tr><tr><td align="left">"Glue Summit Coin #5"</td><td>"N/A"</td><td>"Random"</td></tr><tr><td align="left">"Glue Summit CD #1"</td><td>"N/A"</td><td>"Random"</td></tr><tr><td align="left">🔒"Event: Glue Summit Coin #1"</td><td>"N/A"</td><td>"Real Coin"</td></tr><tr><td align="left">🔒"Event: Glue Summit Coin #2"</td><td>"N/A"</td><td>"Real Coin"</td></tr><tr><td align="left">🔒"Event: Glue Summit Coin #3"</td><td>"N/A"</td><td>"Real Coin"</td></tr><tr><td align="left">🔒"Event: Glue Summit Coin #4"</td><td>"N/A"</td><td>"Real Coin"</td></tr><tr><td align="left">🔒"Event: Glue Summit Coin #5"</td><td>"N/A"</td><td>"Real Coin"</td></tr></table>>]
"Cardbun Festival" [label=<<table border="2" cellborder="1" cellspacing="0" cellpadding="4"><tr> <td colspan = "3"><b>"Cardbun Festival"</b></td></tr><tr><td><b>Location</b></td><td><b>Logic</b></td><td><b>Item</b></td></tr><tr><td align="left">"Cardbun Festival Coin #1"</td><td>"N/A"</td><td>"Random"</td></tr><tr><td align="left">"Cardbun Festival Coin #2"</td><td>"N/A"</td><td>"Random"</td></tr><tr><td align="left">"Cardbun Festival Coin #3"</td><td>"N/A"</td><td>"Random"</td></tr><tr><td align="left">"Cardbun Festival Coin #4"</td><td>"N/A"</td><td>"Random"</td></tr><tr><td align="left">"Cardbun Festival Coin #5"</td><td>"N/A"</td><td>"Random"</td></tr><tr><td align="left">"Cardbun Festival Coin #6"</td><td>"N/A"</td><td>"Random"</td></tr><tr><td align="left">"Cardbun Festival Coin #7"</td><td>"N/A"</td><td>"Random"</td></tr><tr><td align="left">"Cardbun Festival Coin #8"</td><td>"N/A"</td><td>"Random"</td></tr><tr><td align="left">"Conbunn Suit"</td><td>"unlock['Cardbun Festival']"</td><td>"Random"</td></tr><tr><td align="left">🔒"Event: Cardbun Festival Coin #1"</td><td>"N/A"</td><td>"Real Coin"</td></tr><tr><td align="left">🔒"Event: Cardbun Festival Coin #2"</td><td>"N/A"</td><td>"Real Coin"</td></tr><tr><td align="left">🔒"Event: Cardbun Festival Coin #3"</td><td>"N/A"</td><td>"Real Coin"</td></tr><tr><td align="left">🔒"Event: Cardbun Festival Coin #4"</td><td>"N/A"</td><td>"Real Coin"</td></tr><tr><td align="left">🔒"Event: Cardbun Festival Coin #5"</td><td>"N/A"</td><td>"Real Coin"</td></tr><tr><td align="left">🔒"Event: Cardbun Festival Coin #6"</td><td>"N/A"</td><td>"Real Coin"</td></tr><tr><td align="left">🔒"Event: Cardbun Festival Coin #7"</td><td>"N/A"</td><td>"Real Coin"</td></tr><tr><td align="left">🔒"Event: Cardbun Festival Coin #8"</td><td>"N/A"</td><td>"Real Coin"</td></tr></table>>]
"Menu" -> "Cutout Forest"
"Cutout Forest" -> "Connie's Garden (Cutout Forest)" [label="unlock['Connie's Garden (Cutout Forest)']" color="#00008844"]
"Cutout Forest" -> "Ribbon Village" [label="dash and unlock['Ribbon Village']" color="#00008844"]

"Ribbon Village" -> "Origami Tree (Ribbon Village)" [label="unlock['Origami Tree (Ribbon Village)']" color="#00008844"]
"Ribbon Village" -> "Paper Bay" [label="unlock['Paper Bay']" color="#00008844"]
"Ribbon Village" -> "Bunny Circuit (Ribbon Village)" [label="unlock['Bunny Circuit (Ribbon Village)']" color="#00008844"]
"Ribbon Village" -> "IBee's Honeycomb (Ribbon Village)" [label="unlock['IBee's Honeycomb (Ribbon Village)']" color="#00008844"]
"Ribbon Village" -> "Cardbun Museum (Ribbon Village)" [label="unlock['Cardbun Museum (Ribbon Village)']" color="#00008844"]
"Ribbon Village" -> "Paint Hills" [label="pads" color="#00008844"]
+ "Ribbon Village" -> "Polystyrene Peak" [label="cablecar and unlock['Polystyrene Peak']" color="#00008844"]

"Paper Bay" -> "Cardbun Viewing Area (Paper Bay)" [label="unlock['Cardbun Viewing Area (Paper Bay)']" color="#00008844"]
"Paper Bay" -> "Ink Beach (Paper Bay)" [label="pads and unlock['Ink Beach (Paper Bay)']" color="#00008844"]





"Paint Hills" -> "Graffiti Panels (Paint Hills)" [label="unlock['Graffiti Panels (Paint Hills)']" color="#00008844"]
- "Paint Hills" -> "Mountain Confetti"
+ "Paint Hills" -> "Mountain Confetti" [label="pads" color="#00008844"]

- "Mountain Confetti" -> "Cotton Skies (Mountain Confetti)" [label="unlock['Cotton Skies (Mountain Confetti)']" color="#00008844"]
+ "Mountain Confetti" -> "Cotton Skies (Mountain Confetti)" [label="pads and unlock['Cotton Skies (Mountain Confetti)']" color="#00008844"]
"Mountain Confetti" -> "Clay Canyon" [label="unlock['Clay Canyon']" color="#00008844"]
+ "Mountain Confetti" -> "Paint Hills"

"Clay Canyon" -> "Samual Golf (Clay Canyon)" [label="unlock['Samual Golf (Clay Canyon)']" color="#00008844"]
"Clay Canyon" -> "Sticker Park" [label="unlock['Sticker Park']" color="#00008844"]
"Clay Canyon" -> "Polystyrene Peak" [label="unlock['Polystyrene Peak']" color="#00008844"]
+ "Clay Canyon" -> "Mountain Confetti"

- "Sticker Park" -> "Dragon Raceway (Sticker Park)" [label="unlock['Dragon Raceway (Sticker Park)']" color="#00008844"]
+ "Sticker Park" -> "Dragon Raceway (Sticker Park)" [label="pads and unlock['Dragon Raceway (Sticker Park)']" color="#00008844"]
"Sticker Park" -> "Cardboard Station (Sticker Park)" [label="unlock['Cardboard Station (Sticker Park)']" color="#00008844"]


- "Polystyrene Peak" -> "Glue Summit (Polystyrene Peak)" [label="unlock['Glue Summit (Polystyrene Peak)']" color="#00008844"]
- "Polystyrene Peak" -> "Cardbun Festival" [label="unlock['Cardbun Festival']" color="#00008844"]
+ "Polystyrene Peak" -> "Glue Summit (Polystyrene Peak)" [label="pads and unlock['Glue Summit (Polystyrene Peak)']" color="#00008844"]
+ "Polystyrene Peak" -> "Cardbun Festival" [label="pads and unlock['Cardbun Festival']" color="#00008844"]
+ "Polystyrene Peak" -> "Ribbon Village" [label="cablecar and unlock['Ribbon Village']" color="#00008844"]
+ "Polystyrene Peak" -> "Clay Canyon"



}